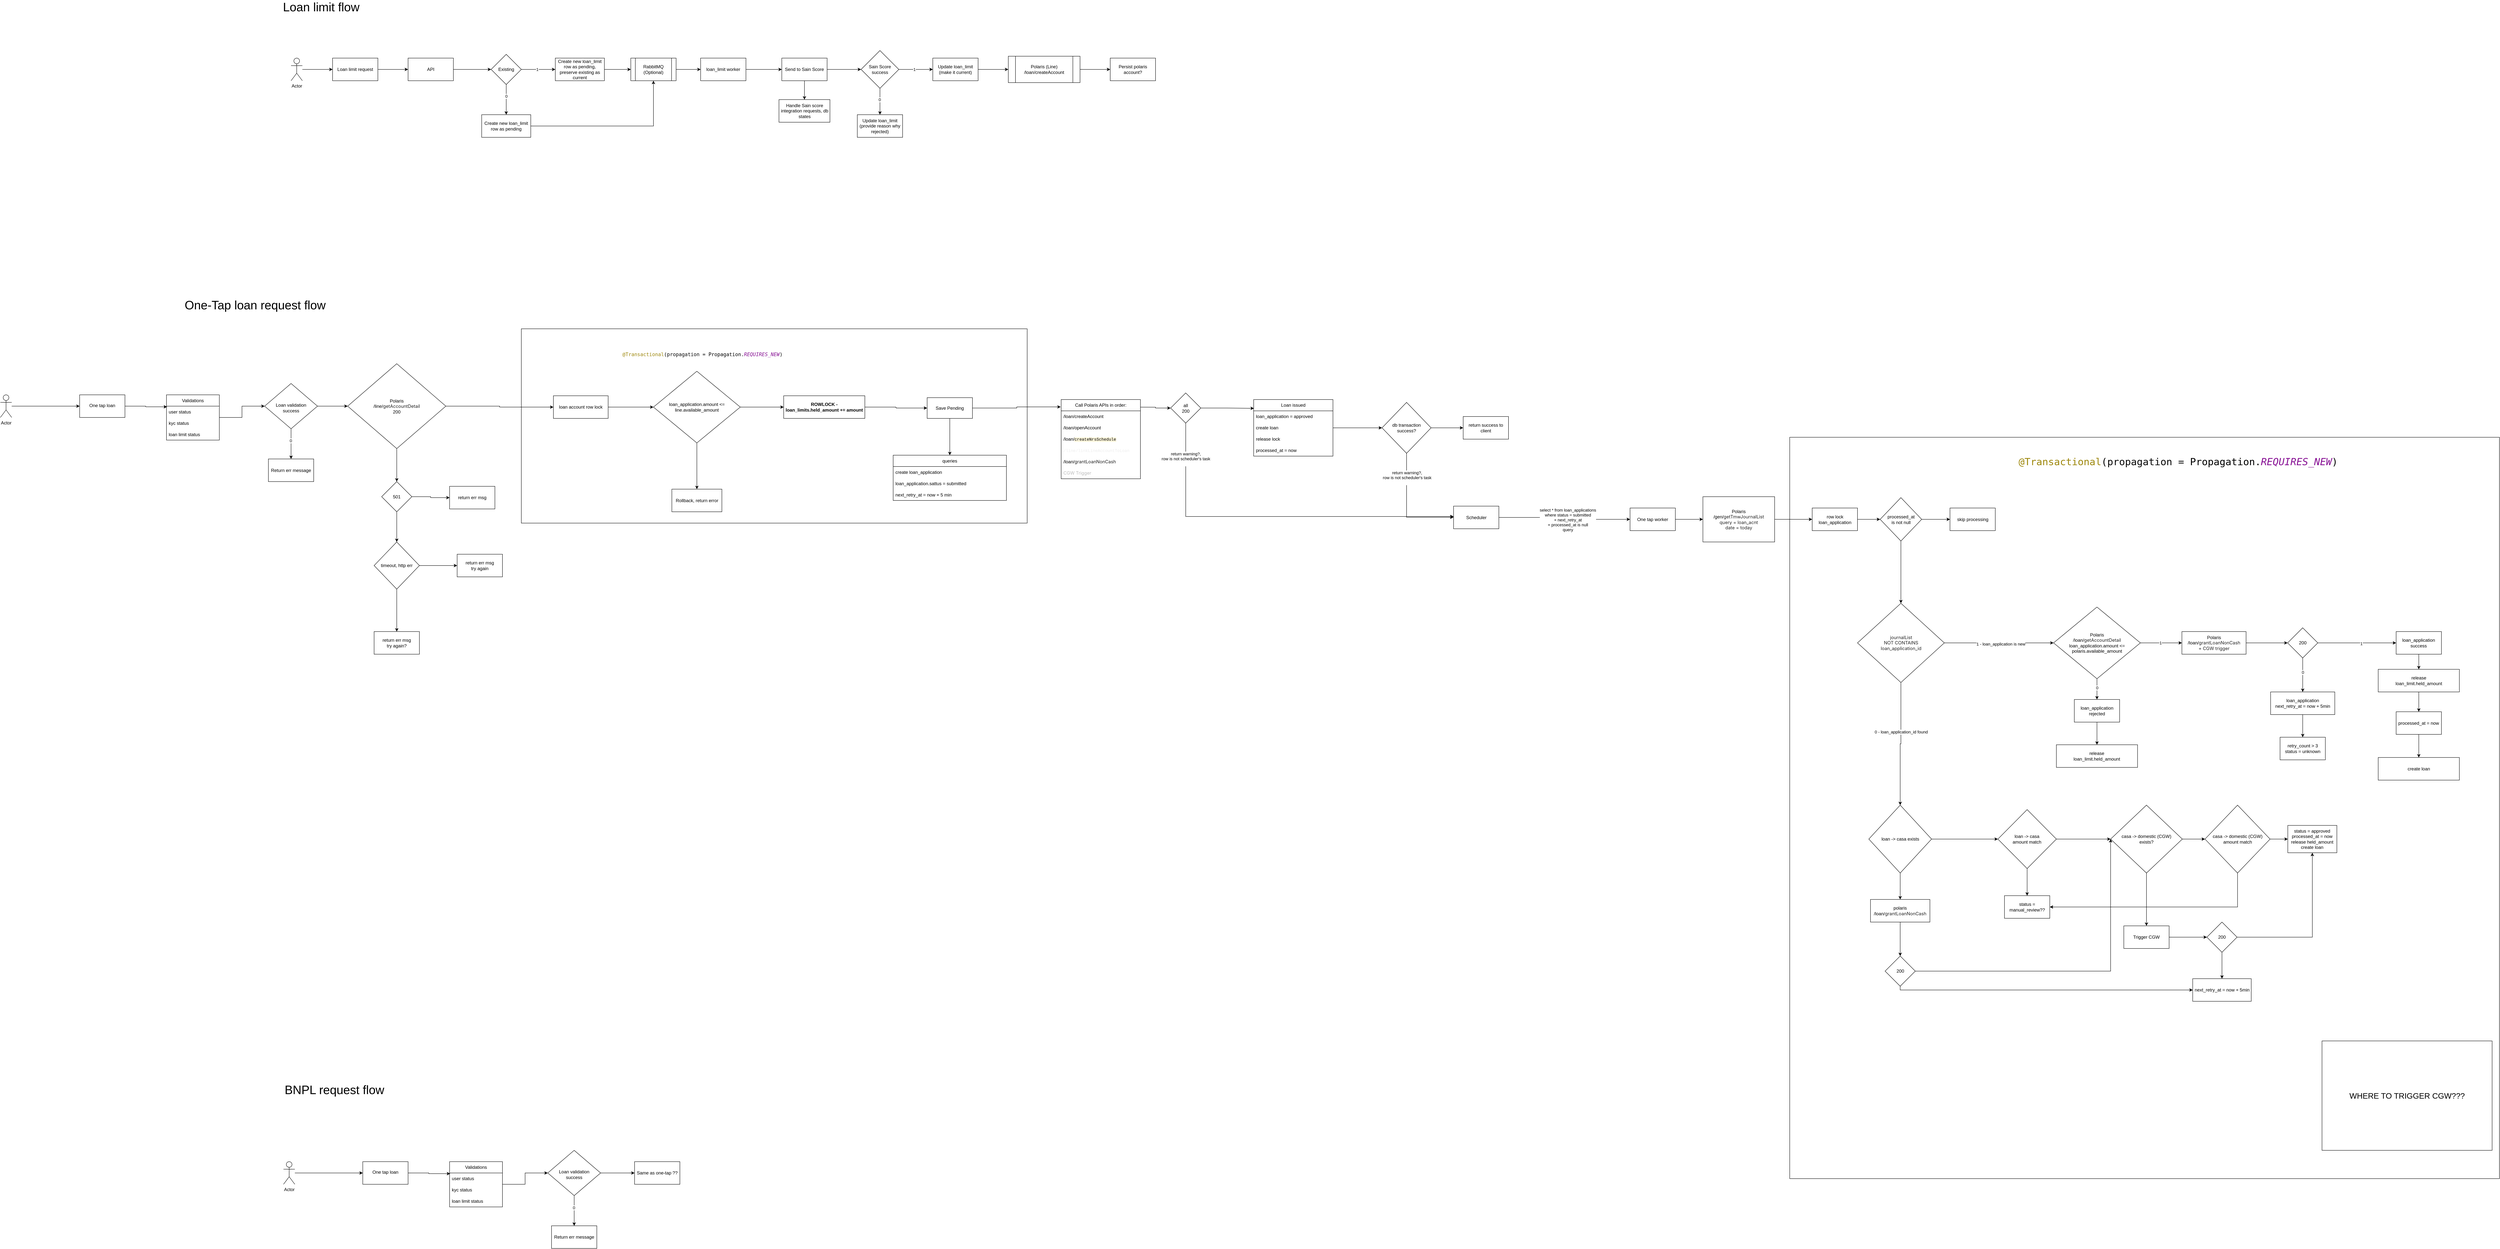
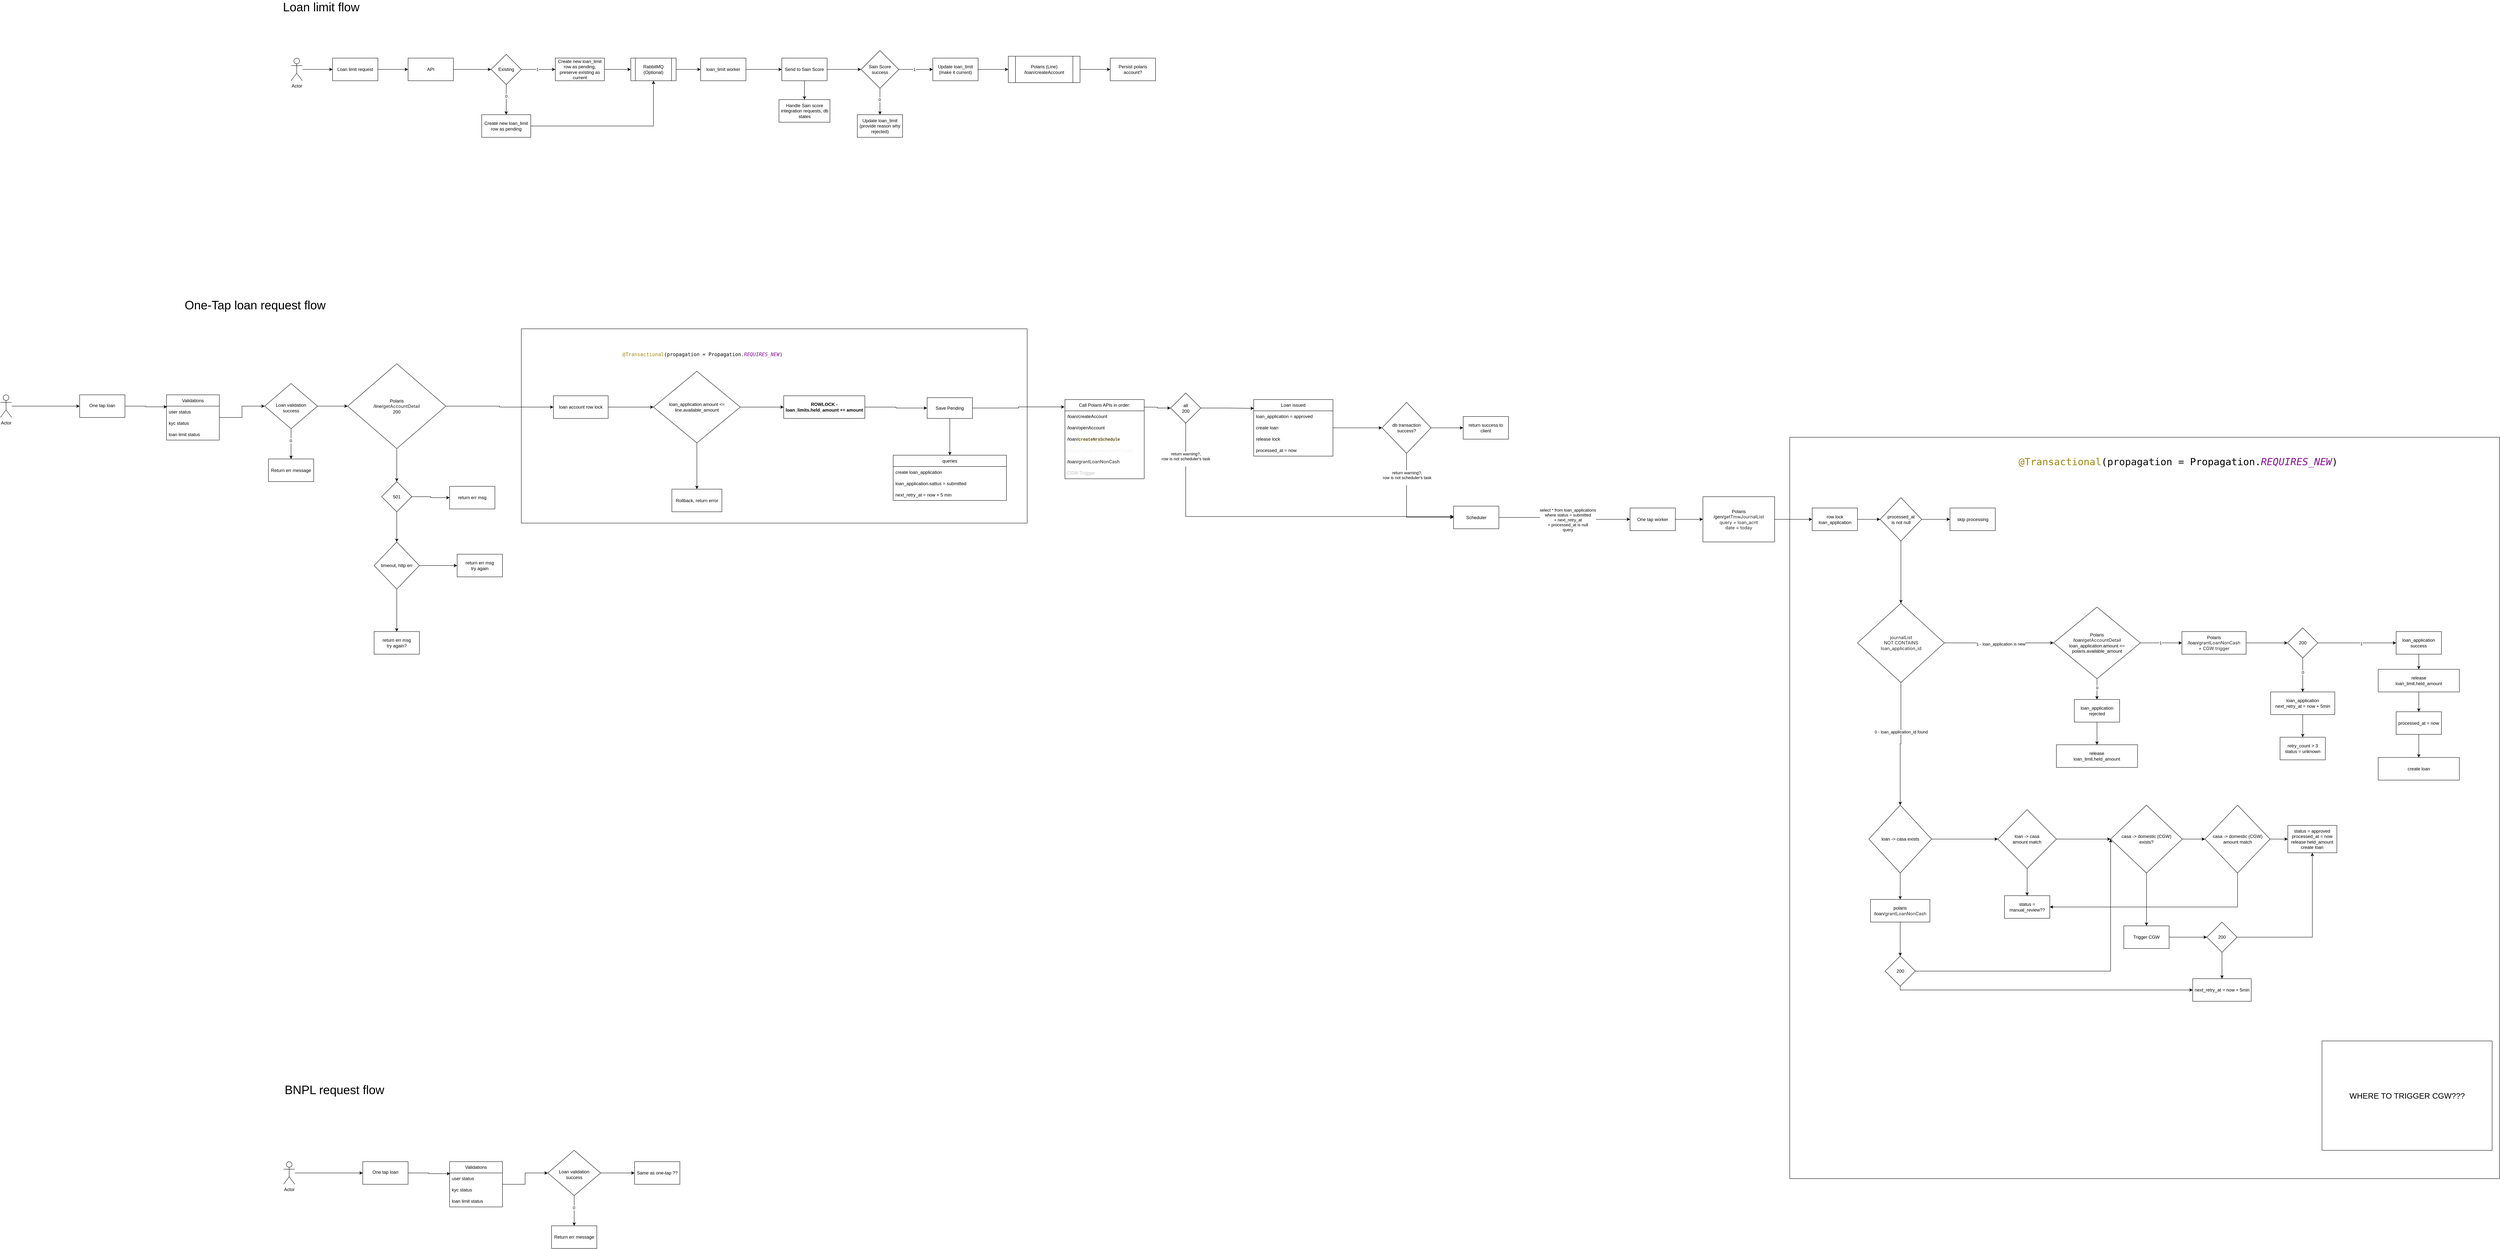
<mxfile host="app.diagrams.net">
  <diagram name="Page-1" id="VCBSuIh8bz7kurrQ0Zaz">
    <mxGraphModel dx="1966" dy="653" grid="1" gridSize="10" guides="1" tooltips="1" connect="1" arrows="1" fold="1" page="1" pageScale="1" pageWidth="850" pageHeight="1100" math="0" shadow="0">
      <root>
        <mxCell id="0" />
        <mxCell id="1" parent="0" />
        <mxCell id="In8fDh9ZLN2M87an2Miy-188" parent="1" style="rounded=0;whiteSpace=wrap;html=1;movable=0;resizable=0;rotatable=0;deletable=0;editable=0;locked=1;connectable=0;" value="" vertex="1">
          <mxGeometry height="1965" width="1880" x="4010" y="1215" as="geometry" />
        </mxCell>
        <mxCell id="In8fDh9ZLN2M87an2Miy-172" parent="1" style="rounded=0;whiteSpace=wrap;html=1;movable=1;resizable=1;rotatable=1;deletable=1;editable=1;locked=0;connectable=1;" value="" vertex="1">
          <mxGeometry height="515" width="1340" x="650" y="927.5" as="geometry" />
        </mxCell>
        <mxCell id="KqixbsF9o6dLofBvsG9t-5" edge="1" parent="1" source="KqixbsF9o6dLofBvsG9t-1" style="edgeStyle=orthogonalEdgeStyle;rounded=0;orthogonalLoop=1;jettySize=auto;html=1;" target="KqixbsF9o6dLofBvsG9t-4" value="">
          <mxGeometry relative="1" as="geometry" />
        </mxCell>
        <mxCell id="KqixbsF9o6dLofBvsG9t-1" parent="1" style="rounded=0;whiteSpace=wrap;html=1;" value="Loan limit request" vertex="1">
          <mxGeometry height="60" width="120" x="150" y="210" as="geometry" />
        </mxCell>
        <mxCell id="KqixbsF9o6dLofBvsG9t-3" edge="1" parent="1" source="KqixbsF9o6dLofBvsG9t-2" style="edgeStyle=orthogonalEdgeStyle;rounded=0;orthogonalLoop=1;jettySize=auto;html=1;" target="KqixbsF9o6dLofBvsG9t-1" value="">
          <mxGeometry relative="1" as="geometry" />
        </mxCell>
        <mxCell id="KqixbsF9o6dLofBvsG9t-2" parent="1" style="shape=umlActor;verticalLabelPosition=bottom;verticalAlign=top;html=1;outlineConnect=0;" value="Actor" vertex="1">
          <mxGeometry height="60" width="30" x="40" y="210" as="geometry" />
        </mxCell>
        <mxCell id="KqixbsF9o6dLofBvsG9t-9" edge="1" parent="1" source="KqixbsF9o6dLofBvsG9t-4" style="edgeStyle=orthogonalEdgeStyle;rounded=0;orthogonalLoop=1;jettySize=auto;html=1;" target="KqixbsF9o6dLofBvsG9t-8" value="">
          <mxGeometry relative="1" as="geometry" />
        </mxCell>
        <mxCell id="KqixbsF9o6dLofBvsG9t-4" parent="1" style="rounded=0;whiteSpace=wrap;html=1;" value="API" vertex="1">
          <mxGeometry height="60" width="120" x="350" y="210" as="geometry" />
        </mxCell>
        <mxCell id="KqixbsF9o6dLofBvsG9t-11" edge="1" parent="1" source="KqixbsF9o6dLofBvsG9t-8" style="edgeStyle=orthogonalEdgeStyle;rounded=0;orthogonalLoop=1;jettySize=auto;html=1;" target="KqixbsF9o6dLofBvsG9t-10" value="">
          <mxGeometry relative="1" as="geometry" />
        </mxCell>
        <mxCell id="KqixbsF9o6dLofBvsG9t-12" connectable="0" parent="KqixbsF9o6dLofBvsG9t-11" style="edgeLabel;html=1;align=center;verticalAlign=middle;resizable=0;points=[];" value="1" vertex="1">
          <mxGeometry relative="1" x="-0.079" as="geometry">
            <mxPoint as="offset" />
          </mxGeometry>
        </mxCell>
        <mxCell id="KqixbsF9o6dLofBvsG9t-14" edge="1" parent="1" source="KqixbsF9o6dLofBvsG9t-8" style="edgeStyle=orthogonalEdgeStyle;rounded=0;orthogonalLoop=1;jettySize=auto;html=1;" target="KqixbsF9o6dLofBvsG9t-13" value="">
          <mxGeometry relative="1" as="geometry" />
        </mxCell>
        <mxCell id="KqixbsF9o6dLofBvsG9t-15" connectable="0" parent="KqixbsF9o6dLofBvsG9t-14" style="edgeLabel;html=1;align=center;verticalAlign=middle;resizable=0;points=[];" value="0" vertex="1">
          <mxGeometry relative="1" x="-0.2407" as="geometry">
            <mxPoint as="offset" />
          </mxGeometry>
        </mxCell>
        <mxCell id="KqixbsF9o6dLofBvsG9t-8" parent="1" style="rhombus;whiteSpace=wrap;html=1;rounded=0;" value="Existing" vertex="1">
          <mxGeometry height="80" width="80" x="570" y="200" as="geometry" />
        </mxCell>
        <mxCell id="KqixbsF9o6dLofBvsG9t-23" edge="1" parent="1" source="KqixbsF9o6dLofBvsG9t-10" style="edgeStyle=orthogonalEdgeStyle;rounded=0;orthogonalLoop=1;jettySize=auto;html=1;" target="KqixbsF9o6dLofBvsG9t-22" value="">
          <mxGeometry relative="1" as="geometry" />
        </mxCell>
        <mxCell id="KqixbsF9o6dLofBvsG9t-10" parent="1" style="whiteSpace=wrap;html=1;rounded=0;" value="Create new loan_limit row as pending, preserve existing as current" vertex="1">
          <mxGeometry height="60" width="130" x="740" y="210" as="geometry" />
        </mxCell>
        <mxCell id="KqixbsF9o6dLofBvsG9t-26" edge="1" parent="1" source="KqixbsF9o6dLofBvsG9t-13" style="edgeStyle=orthogonalEdgeStyle;rounded=0;orthogonalLoop=1;jettySize=auto;html=1;entryX=0.5;entryY=1;entryDx=0;entryDy=0;" target="KqixbsF9o6dLofBvsG9t-22">
          <mxGeometry relative="1" as="geometry" />
        </mxCell>
        <mxCell id="KqixbsF9o6dLofBvsG9t-13" parent="1" style="whiteSpace=wrap;html=1;rounded=0;" value="Create new loan_limit row as pending" vertex="1">
          <mxGeometry height="60" width="130" x="545" y="360" as="geometry" />
        </mxCell>
        <mxCell id="KqixbsF9o6dLofBvsG9t-25" edge="1" parent="1" source="KqixbsF9o6dLofBvsG9t-22" style="edgeStyle=orthogonalEdgeStyle;rounded=0;orthogonalLoop=1;jettySize=auto;html=1;" target="KqixbsF9o6dLofBvsG9t-24" value="">
          <mxGeometry relative="1" as="geometry" />
        </mxCell>
        <mxCell id="KqixbsF9o6dLofBvsG9t-22" parent="1" style="shape=process;whiteSpace=wrap;html=1;backgroundOutline=1;rounded=0;" value="RabbitMQ (Optional)" vertex="1">
          <mxGeometry height="60" width="120" x="940" y="210" as="geometry" />
        </mxCell>
        <mxCell id="KqixbsF9o6dLofBvsG9t-28" edge="1" parent="1" source="KqixbsF9o6dLofBvsG9t-24" style="edgeStyle=orthogonalEdgeStyle;rounded=0;orthogonalLoop=1;jettySize=auto;html=1;" target="KqixbsF9o6dLofBvsG9t-27" value="">
          <mxGeometry relative="1" as="geometry" />
        </mxCell>
        <mxCell id="KqixbsF9o6dLofBvsG9t-24" parent="1" style="whiteSpace=wrap;html=1;rounded=0;" value="loan_limit worker" vertex="1">
          <mxGeometry height="60" width="120" x="1125" y="210" as="geometry" />
        </mxCell>
        <mxCell id="KqixbsF9o6dLofBvsG9t-30" edge="1" parent="1" source="KqixbsF9o6dLofBvsG9t-27" style="edgeStyle=orthogonalEdgeStyle;rounded=0;orthogonalLoop=1;jettySize=auto;html=1;" target="KqixbsF9o6dLofBvsG9t-29" value="">
          <mxGeometry relative="1" as="geometry" />
        </mxCell>
        <mxCell id="KqixbsF9o6dLofBvsG9t-38" edge="1" parent="1" source="KqixbsF9o6dLofBvsG9t-27" style="edgeStyle=orthogonalEdgeStyle;rounded=0;orthogonalLoop=1;jettySize=auto;html=1;" target="KqixbsF9o6dLofBvsG9t-37" value="">
          <mxGeometry relative="1" as="geometry" />
        </mxCell>
        <mxCell id="KqixbsF9o6dLofBvsG9t-27" parent="1" style="whiteSpace=wrap;html=1;rounded=0;" value="Send to Sain Score" vertex="1">
          <mxGeometry height="60" width="120" x="1340" y="210" as="geometry" />
        </mxCell>
        <mxCell id="KqixbsF9o6dLofBvsG9t-32" edge="1" parent="1" source="KqixbsF9o6dLofBvsG9t-29" style="edgeStyle=orthogonalEdgeStyle;rounded=0;orthogonalLoop=1;jettySize=auto;html=1;" target="KqixbsF9o6dLofBvsG9t-31" value="">
          <mxGeometry relative="1" as="geometry" />
        </mxCell>
        <mxCell id="KqixbsF9o6dLofBvsG9t-33" connectable="0" parent="KqixbsF9o6dLofBvsG9t-32" style="edgeLabel;html=1;align=center;verticalAlign=middle;resizable=0;points=[];" value="1" vertex="1">
          <mxGeometry relative="1" x="-0.1048" as="geometry">
            <mxPoint as="offset" />
          </mxGeometry>
        </mxCell>
        <mxCell id="KqixbsF9o6dLofBvsG9t-35" edge="1" parent="1" source="KqixbsF9o6dLofBvsG9t-29" style="edgeStyle=orthogonalEdgeStyle;rounded=0;orthogonalLoop=1;jettySize=auto;html=1;" target="KqixbsF9o6dLofBvsG9t-34" value="">
          <mxGeometry relative="1" as="geometry" />
        </mxCell>
        <mxCell id="KqixbsF9o6dLofBvsG9t-36" connectable="0" parent="KqixbsF9o6dLofBvsG9t-35" style="edgeLabel;html=1;align=center;verticalAlign=middle;resizable=0;points=[];" value="0" vertex="1">
          <mxGeometry relative="1" x="-0.1429" y="-1" as="geometry">
            <mxPoint as="offset" />
          </mxGeometry>
        </mxCell>
        <mxCell id="KqixbsF9o6dLofBvsG9t-29" parent="1" style="rhombus;whiteSpace=wrap;html=1;rounded=0;" value="Sain Score success" vertex="1">
          <mxGeometry height="100" width="100" x="1550" y="190" as="geometry" />
        </mxCell>
        <mxCell id="KqixbsF9o6dLofBvsG9t-66" edge="1" parent="1" source="KqixbsF9o6dLofBvsG9t-31" style="edgeStyle=orthogonalEdgeStyle;rounded=0;orthogonalLoop=1;jettySize=auto;html=1;" target="KqixbsF9o6dLofBvsG9t-65" value="">
          <mxGeometry relative="1" as="geometry" />
        </mxCell>
        <mxCell id="KqixbsF9o6dLofBvsG9t-31" parent="1" style="whiteSpace=wrap;html=1;rounded=0;" value="Update loan_limit (make it current)" vertex="1">
          <mxGeometry height="60" width="120" x="1740" y="210" as="geometry" />
        </mxCell>
        <mxCell id="KqixbsF9o6dLofBvsG9t-34" parent="1" style="whiteSpace=wrap;html=1;rounded=0;" value="Update loan_limit&lt;br&gt;(provide reason why rejected)" vertex="1">
          <mxGeometry height="60" width="120" x="1540" y="360" as="geometry" />
        </mxCell>
        <mxCell id="KqixbsF9o6dLofBvsG9t-37" parent="1" style="whiteSpace=wrap;html=1;rounded=0;" value="Handle Sain score integration requests, db states" vertex="1">
          <mxGeometry height="60" width="135" x="1332.5" y="320" as="geometry" />
        </mxCell>
        <mxCell id="KqixbsF9o6dLofBvsG9t-40" parent="1" style="text;html=1;whiteSpace=wrap;strokeColor=none;fillColor=none;align=center;verticalAlign=middle;rounded=0;fontSize=32;" value="Loan limit flow" vertex="1">
          <mxGeometry height="30" width="260" x="-10" y="60" as="geometry" />
        </mxCell>
        <mxCell id="KqixbsF9o6dLofBvsG9t-74" edge="1" parent="1" source="KqixbsF9o6dLofBvsG9t-65" style="edgeStyle=orthogonalEdgeStyle;rounded=0;orthogonalLoop=1;jettySize=auto;html=1;" target="KqixbsF9o6dLofBvsG9t-73" value="">
          <mxGeometry relative="1" as="geometry" />
        </mxCell>
        <mxCell id="KqixbsF9o6dLofBvsG9t-65" parent="1" style="shape=process;whiteSpace=wrap;html=1;backgroundOutline=1;rounded=0;" value="Polaris (Line)&lt;br&gt;/loan/createAccount" vertex="1">
          <mxGeometry height="70" width="190" x="1940" y="205" as="geometry" />
        </mxCell>
        <mxCell id="KqixbsF9o6dLofBvsG9t-73" parent="1" style="whiteSpace=wrap;html=1;rounded=0;" value="Persist polaris account?" vertex="1">
          <mxGeometry height="60" width="120" x="2210" y="210" as="geometry" />
        </mxCell>
        <mxCell id="U8Ajh8Gpa-m2DNKNFQys-1" parent="1" style="text;html=1;whiteSpace=wrap;strokeColor=none;fillColor=none;align=center;verticalAlign=middle;rounded=0;fontSize=32;" value="One-Tap loan request flow" vertex="1">
          <mxGeometry height="30" width="470" x="-290" y="850" as="geometry" />
        </mxCell>
        <mxCell id="In8fDh9ZLN2M87an2Miy-1" edge="1" parent="1" source="In8fDh9ZLN2M87an2Miy-2" style="edgeStyle=orthogonalEdgeStyle;rounded=0;orthogonalLoop=1;jettySize=auto;html=1;" target="In8fDh9ZLN2M87an2Miy-4" value="">
          <mxGeometry relative="1" as="geometry" />
        </mxCell>
        <mxCell id="In8fDh9ZLN2M87an2Miy-2" parent="1" style="shape=umlActor;verticalLabelPosition=bottom;verticalAlign=top;html=1;outlineConnect=0;" value="Actor" vertex="1">
          <mxGeometry height="60" width="30" x="-730" y="1102.5" as="geometry" />
        </mxCell>
        <mxCell id="In8fDh9ZLN2M87an2Miy-3" edge="1" parent="1" source="In8fDh9ZLN2M87an2Miy-4" style="edgeStyle=orthogonalEdgeStyle;rounded=0;orthogonalLoop=1;jettySize=auto;html=1;entryX=0.011;entryY=0.06;entryDx=0;entryDy=0;entryPerimeter=0;" target="In8fDh9ZLN2M87an2Miy-28" value="">
          <mxGeometry relative="1" as="geometry">
            <mxPoint x="-310" y="1132.5" as="targetPoint" />
          </mxGeometry>
        </mxCell>
        <mxCell id="In8fDh9ZLN2M87an2Miy-4" parent="1" style="whiteSpace=wrap;html=1;verticalAlign=top;" value="&lt;div&gt;&lt;br&gt;&lt;/div&gt;&lt;div&gt;One tap loan&lt;/div&gt;" vertex="1">
          <mxGeometry height="60" width="120" x="-520" y="1102.5" as="geometry" />
        </mxCell>
        <mxCell id="In8fDh9ZLN2M87an2Miy-7" edge="1" parent="1" source="In8fDh9ZLN2M87an2Miy-9" style="edgeStyle=orthogonalEdgeStyle;rounded=0;orthogonalLoop=1;jettySize=auto;html=1;" target="In8fDh9ZLN2M87an2Miy-13" value="">
          <mxGeometry relative="1" as="geometry" />
        </mxCell>
        <mxCell id="In8fDh9ZLN2M87an2Miy-8" connectable="0" parent="In8fDh9ZLN2M87an2Miy-7" style="edgeLabel;html=1;align=center;verticalAlign=middle;resizable=0;points=[];" value="0" vertex="1">
          <mxGeometry relative="1" x="-0.2091" y="-1" as="geometry">
            <mxPoint as="offset" />
          </mxGeometry>
        </mxCell>
        <mxCell id="In8fDh9ZLN2M87an2Miy-230" edge="1" parent="1" source="In8fDh9ZLN2M87an2Miy-9" style="edgeStyle=orthogonalEdgeStyle;rounded=0;orthogonalLoop=1;jettySize=auto;html=1;" target="In8fDh9ZLN2M87an2Miy-228">
          <mxGeometry relative="1" as="geometry" />
        </mxCell>
        <mxCell id="In8fDh9ZLN2M87an2Miy-9" parent="1" style="rhombus;whiteSpace=wrap;html=1;verticalAlign=top;" value="&lt;br&gt;&lt;br&gt;&lt;div&gt;&lt;br&gt;&lt;/div&gt;&lt;div&gt;Loan validation&lt;br&gt;success&lt;/div&gt;" vertex="1">
          <mxGeometry height="120" width="140" x="-30" y="1072.5" as="geometry" />
        </mxCell>
        <mxCell id="In8fDh9ZLN2M87an2Miy-10" edge="1" parent="1" source="In8fDh9ZLN2M87an2Miy-12" style="edgeStyle=orthogonalEdgeStyle;rounded=0;orthogonalLoop=1;jettySize=auto;html=1;entryX=0.5;entryY=0;entryDx=0;entryDy=0;" target="In8fDh9ZLN2M87an2Miy-14">
          <mxGeometry relative="1" as="geometry" />
        </mxCell>
        <mxCell id="In8fDh9ZLN2M87an2Miy-54" edge="1" parent="1" source="In8fDh9ZLN2M87an2Miy-105" style="edgeStyle=orthogonalEdgeStyle;rounded=0;orthogonalLoop=1;jettySize=auto;html=1;exitX=1;exitY=0.5;exitDx=0;exitDy=0;" target="In8fDh9ZLN2M87an2Miy-53" value="">
          <mxGeometry relative="1" as="geometry">
            <mxPoint x="3329.5" y="1432.5" as="sourcePoint" />
          </mxGeometry>
        </mxCell>
        <mxCell id="In8fDh9ZLN2M87an2Miy-55" connectable="0" parent="In8fDh9ZLN2M87an2Miy-54" style="edgeLabel;html=1;align=center;verticalAlign=middle;resizable=0;points=[];" value="select * from loan_applications&lt;br&gt;where status = submitted&lt;br&gt;+ next_retry_at&lt;br&gt;+ processed_at is null&lt;br&gt;query" vertex="1">
          <mxGeometry relative="1" x="0.0637" y="-1" as="geometry">
            <mxPoint as="offset" />
          </mxGeometry>
        </mxCell>
        <mxCell id="In8fDh9ZLN2M87an2Miy-246" edge="1" parent="1" source="In8fDh9ZLN2M87an2Miy-12" style="edgeStyle=orthogonalEdgeStyle;rounded=0;orthogonalLoop=1;jettySize=auto;html=1;entryX=-0.006;entryY=0.093;entryDx=0;entryDy=0;entryPerimeter=0;" target="In8fDh9ZLN2M87an2Miy-247">
          <mxGeometry relative="1" as="geometry">
            <mxPoint x="2090" y="1137.5" as="targetPoint" />
          </mxGeometry>
        </mxCell>
        <mxCell id="In8fDh9ZLN2M87an2Miy-12" parent="1" style="whiteSpace=wrap;html=1;verticalAlign=middle;" value="Save Pending" vertex="1">
          <mxGeometry height="55" width="120" x="1725" y="1110" as="geometry" />
        </mxCell>
        <mxCell id="In8fDh9ZLN2M87an2Miy-13" parent="1" style="whiteSpace=wrap;html=1;verticalAlign=middle;" value="Return err message" vertex="1">
          <mxGeometry height="60" width="120" x="-20" y="1272.5" as="geometry" />
        </mxCell>
        <mxCell id="In8fDh9ZLN2M87an2Miy-14" parent="1" style="swimlane;fontStyle=0;childLayout=stackLayout;horizontal=1;startSize=30;horizontalStack=0;resizeParent=1;resizeParentMax=0;resizeLast=0;collapsible=1;marginBottom=0;whiteSpace=wrap;html=1;" value="queries" vertex="1">
          <mxGeometry height="120" width="300" x="1635" y="1262.5" as="geometry" />
        </mxCell>
        <mxCell id="In8fDh9ZLN2M87an2Miy-15" parent="In8fDh9ZLN2M87an2Miy-14" style="text;strokeColor=none;fillColor=none;align=left;verticalAlign=middle;spacingLeft=4;spacingRight=4;overflow=hidden;points=[[0,0.5],[1,0.5]];portConstraint=eastwest;rotatable=0;whiteSpace=wrap;html=1;" value="create loan_application" vertex="1">
          <mxGeometry height="30" width="300" y="30" as="geometry" />
        </mxCell>
        <mxCell id="In8fDh9ZLN2M87an2Miy-104" parent="In8fDh9ZLN2M87an2Miy-14" style="text;strokeColor=none;fillColor=none;align=left;verticalAlign=middle;spacingLeft=4;spacingRight=4;overflow=hidden;points=[[0,0.5],[1,0.5]];portConstraint=eastwest;rotatable=0;whiteSpace=wrap;html=1;" value="loan_application.sattus = submitted" vertex="1">
          <mxGeometry height="30" width="300" y="60" as="geometry" />
        </mxCell>
        <mxCell id="In8fDh9ZLN2M87an2Miy-17" parent="In8fDh9ZLN2M87an2Miy-14" style="text;strokeColor=none;fillColor=none;align=left;verticalAlign=middle;spacingLeft=4;spacingRight=4;overflow=hidden;points=[[0,0.5],[1,0.5]];portConstraint=eastwest;rotatable=0;whiteSpace=wrap;html=1;" value="next_retry_at = now + 5 min" vertex="1">
          <mxGeometry height="30" width="300" y="90" as="geometry" />
        </mxCell>
        <mxCell id="In8fDh9ZLN2M87an2Miy-32" edge="1" parent="1" source="In8fDh9ZLN2M87an2Miy-27" style="edgeStyle=orthogonalEdgeStyle;rounded=0;orthogonalLoop=1;jettySize=auto;html=1;entryX=0;entryY=0.5;entryDx=0;entryDy=0;" target="In8fDh9ZLN2M87an2Miy-9">
          <mxGeometry relative="1" as="geometry" />
        </mxCell>
        <mxCell id="In8fDh9ZLN2M87an2Miy-27" parent="1" style="swimlane;fontStyle=0;childLayout=stackLayout;horizontal=1;startSize=30;horizontalStack=0;resizeParent=1;resizeParentMax=0;resizeLast=0;collapsible=1;marginBottom=0;whiteSpace=wrap;html=1;" value="Validations" vertex="1">
          <mxGeometry height="120" width="140" x="-290" y="1102.5" as="geometry" />
        </mxCell>
        <mxCell id="In8fDh9ZLN2M87an2Miy-28" parent="In8fDh9ZLN2M87an2Miy-27" style="text;strokeColor=none;fillColor=none;align=left;verticalAlign=middle;spacingLeft=4;spacingRight=4;overflow=hidden;points=[[0,0.5],[1,0.5]];portConstraint=eastwest;rotatable=0;whiteSpace=wrap;html=1;" value="user status" vertex="1">
          <mxGeometry height="30" width="140" y="30" as="geometry" />
        </mxCell>
        <mxCell id="In8fDh9ZLN2M87an2Miy-29" parent="In8fDh9ZLN2M87an2Miy-27" style="text;strokeColor=none;fillColor=none;align=left;verticalAlign=middle;spacingLeft=4;spacingRight=4;overflow=hidden;points=[[0,0.5],[1,0.5]];portConstraint=eastwest;rotatable=0;whiteSpace=wrap;html=1;" value="kyc status" vertex="1">
          <mxGeometry height="30" width="140" y="60" as="geometry" />
        </mxCell>
        <mxCell id="In8fDh9ZLN2M87an2Miy-33" parent="In8fDh9ZLN2M87an2Miy-27" style="text;strokeColor=none;fillColor=none;align=left;verticalAlign=middle;spacingLeft=4;spacingRight=4;overflow=hidden;points=[[0,0.5],[1,0.5]];portConstraint=eastwest;rotatable=0;whiteSpace=wrap;html=1;" value="loan limit status" vertex="1">
          <mxGeometry height="30" width="140" y="90" as="geometry" />
        </mxCell>
        <mxCell id="In8fDh9ZLN2M87an2Miy-116" edge="1" parent="1" source="In8fDh9ZLN2M87an2Miy-53" style="edgeStyle=orthogonalEdgeStyle;rounded=0;orthogonalLoop=1;jettySize=auto;html=1;entryX=0;entryY=0.5;entryDx=0;entryDy=0;" target="In8fDh9ZLN2M87an2Miy-68">
          <mxGeometry relative="1" as="geometry" />
        </mxCell>
        <mxCell id="In8fDh9ZLN2M87an2Miy-53" parent="1" style="whiteSpace=wrap;html=1;" value="One tap worker" vertex="1">
          <mxGeometry height="60" width="120" x="3587" y="1402.5" as="geometry" />
        </mxCell>
        <mxCell id="In8fDh9ZLN2M87an2Miy-67" edge="1" parent="1" source="In8fDh9ZLN2M87an2Miy-58" style="edgeStyle=orthogonalEdgeStyle;rounded=0;orthogonalLoop=1;jettySize=auto;html=1;entryX=0;entryY=0.5;entryDx=0;entryDy=0;" target="In8fDh9ZLN2M87an2Miy-66" value="">
          <mxGeometry relative="1" as="geometry">
            <mxPoint x="5343.87" y="1760" as="targetPoint" />
          </mxGeometry>
        </mxCell>
        <mxCell id="In8fDh9ZLN2M87an2Miy-58" parent="1" style="whiteSpace=wrap;html=1;" value="Polaris /loan/&lt;span style=&quot;color: rgb(33, 33, 33); font-family: Inter, system-ui, -apple-system, &amp;quot;system-ui&amp;quot;, &amp;quot;Segoe UI&amp;quot;, Roboto, Oxygen, Ubuntu, Cantarell, &amp;quot;Fira Sans&amp;quot;, &amp;quot;Droid Sans&amp;quot;, Helvetica, Arial, sans-serif; text-align: left; white-space: pre-wrap; background-color: rgb(255, 255, 255);&quot;&gt;grantLoanNonCash&lt;br/&gt;+ CGW trigger&lt;/span&gt;" vertex="1">
          <mxGeometry height="60" width="170" x="5048.87" y="1730" as="geometry" />
        </mxCell>
        <mxCell id="In8fDh9ZLN2M87an2Miy-62" edge="1" parent="1" source="In8fDh9ZLN2M87an2Miy-59" style="edgeStyle=orthogonalEdgeStyle;rounded=0;orthogonalLoop=1;jettySize=auto;html=1;" target="In8fDh9ZLN2M87an2Miy-61" value="">
          <mxGeometry relative="1" as="geometry" />
        </mxCell>
        <mxCell id="In8fDh9ZLN2M87an2Miy-91" connectable="0" parent="In8fDh9ZLN2M87an2Miy-62" style="edgeLabel;html=1;align=center;verticalAlign=middle;resizable=0;points=[];" value="0" vertex="1">
          <mxGeometry relative="1" x="-0.1431" as="geometry">
            <mxPoint as="offset" />
          </mxGeometry>
        </mxCell>
        <mxCell id="In8fDh9ZLN2M87an2Miy-65" edge="1" parent="1" source="In8fDh9ZLN2M87an2Miy-59" style="edgeStyle=orthogonalEdgeStyle;rounded=0;orthogonalLoop=1;jettySize=auto;html=1;" target="In8fDh9ZLN2M87an2Miy-58">
          <mxGeometry relative="1" as="geometry" />
        </mxCell>
        <mxCell id="In8fDh9ZLN2M87an2Miy-90" connectable="0" parent="In8fDh9ZLN2M87an2Miy-65" style="edgeLabel;html=1;align=center;verticalAlign=middle;resizable=0;points=[];" value="1" vertex="1">
          <mxGeometry relative="1" x="-0.0451" as="geometry">
            <mxPoint as="offset" />
          </mxGeometry>
        </mxCell>
        <mxCell id="In8fDh9ZLN2M87an2Miy-59" parent="1" style="rhombus;whiteSpace=wrap;html=1;" value="Polaris&lt;br&gt;/loan/&lt;span style=&quot;color: rgb(33, 33, 33); font-family: Inter, system-ui, -apple-system, &amp;quot;system-ui&amp;quot;, &amp;quot;Segoe UI&amp;quot;, Roboto, Oxygen, Ubuntu, Cantarell, &amp;quot;Fira Sans&amp;quot;, &amp;quot;Droid Sans&amp;quot;, Helvetica, Arial, sans-serif; text-align: left; white-space: pre-wrap; background-color: rgb(255, 255, 255);&quot;&gt;getAccountDetail&lt;/span&gt;&lt;br&gt;loan_application.amount &amp;lt;= polaris.available_amount" vertex="1">
          <mxGeometry height="190" width="230" x="4708.87" y="1665" as="geometry" />
        </mxCell>
        <mxCell id="In8fDh9ZLN2M87an2Miy-64" edge="1" parent="1" source="In8fDh9ZLN2M87an2Miy-61" style="edgeStyle=orthogonalEdgeStyle;rounded=0;orthogonalLoop=1;jettySize=auto;html=1;" target="In8fDh9ZLN2M87an2Miy-63" value="">
          <mxGeometry relative="1" as="geometry" />
        </mxCell>
        <mxCell id="In8fDh9ZLN2M87an2Miy-61" parent="1" style="whiteSpace=wrap;html=1;" value="loan_application&lt;br&gt;rejected" vertex="1">
          <mxGeometry height="60" width="120" x="4763.87" y="1910" as="geometry" />
        </mxCell>
        <mxCell id="In8fDh9ZLN2M87an2Miy-63" parent="1" style="whiteSpace=wrap;html=1;" value="release &lt;br&gt;loan_limit.held_amount" vertex="1">
          <mxGeometry height="60" width="215" x="4716.37" y="2030" as="geometry" />
        </mxCell>
        <mxCell id="In8fDh9ZLN2M87an2Miy-81" edge="1" parent="1" source="In8fDh9ZLN2M87an2Miy-66" style="edgeStyle=orthogonalEdgeStyle;rounded=0;orthogonalLoop=1;jettySize=auto;html=1;entryX=0;entryY=0.5;entryDx=0;entryDy=0;" target="In8fDh9ZLN2M87an2Miy-79">
          <mxGeometry relative="1" as="geometry" />
        </mxCell>
        <mxCell id="In8fDh9ZLN2M87an2Miy-92" connectable="0" parent="In8fDh9ZLN2M87an2Miy-81" style="edgeLabel;html=1;align=center;verticalAlign=middle;resizable=0;points=[];" value="1" vertex="1">
          <mxGeometry relative="1" x="0.1055" y="-2" as="geometry">
            <mxPoint as="offset" />
          </mxGeometry>
        </mxCell>
        <mxCell id="In8fDh9ZLN2M87an2Miy-83" edge="1" parent="1" source="In8fDh9ZLN2M87an2Miy-66" style="edgeStyle=orthogonalEdgeStyle;rounded=0;orthogonalLoop=1;jettySize=auto;html=1;" target="In8fDh9ZLN2M87an2Miy-82" value="">
          <mxGeometry relative="1" as="geometry" />
        </mxCell>
        <mxCell id="In8fDh9ZLN2M87an2Miy-93" connectable="0" parent="In8fDh9ZLN2M87an2Miy-83" style="edgeLabel;html=1;align=center;verticalAlign=middle;resizable=0;points=[];" value="0" vertex="1">
          <mxGeometry relative="1" x="-0.1623" as="geometry">
            <mxPoint as="offset" />
          </mxGeometry>
        </mxCell>
        <mxCell id="In8fDh9ZLN2M87an2Miy-66" parent="1" style="rhombus;whiteSpace=wrap;html=1;" value="200" vertex="1">
          <mxGeometry height="80" width="80" x="5328.87" y="1720" as="geometry" />
        </mxCell>
        <mxCell id="In8fDh9ZLN2M87an2Miy-119" edge="1" parent="1" source="In8fDh9ZLN2M87an2Miy-68" style="edgeStyle=orthogonalEdgeStyle;rounded=0;orthogonalLoop=1;jettySize=auto;html=1;" target="In8fDh9ZLN2M87an2Miy-118" value="">
          <mxGeometry relative="1" as="geometry" />
        </mxCell>
        <mxCell id="In8fDh9ZLN2M87an2Miy-68" parent="1" style="whiteSpace=wrap;html=1;" value="Polaris&lt;br&gt;/gen/&lt;span style=&quot;white-space: pre-wrap; color: rgb(33, 33, 33); font-family: Inter, system-ui, -apple-system, &amp;quot;system-ui&amp;quot;, &amp;quot;Segoe UI&amp;quot;, Roboto, Oxygen, Ubuntu, Cantarell, &amp;quot;Fira Sans&amp;quot;, &amp;quot;Droid Sans&amp;quot;, Helvetica, Arial, sans-serif; text-align: left; background-color: rgb(255, 255, 255);&quot;&gt;getTmwJournalList&lt;br&gt;query = loan_acnt&lt;br/&gt;date = today&lt;/span&gt;" vertex="1">
          <mxGeometry height="120" width="190" x="3780" y="1372.5" as="geometry" />
        </mxCell>
        <mxCell id="In8fDh9ZLN2M87an2Miy-71" edge="1" parent="1" source="In8fDh9ZLN2M87an2Miy-69" style="edgeStyle=orthogonalEdgeStyle;rounded=0;orthogonalLoop=1;jettySize=auto;html=1;entryX=0;entryY=0.5;entryDx=0;entryDy=0;" target="In8fDh9ZLN2M87an2Miy-59">
          <mxGeometry relative="1" as="geometry" />
        </mxCell>
        <mxCell id="In8fDh9ZLN2M87an2Miy-77" connectable="0" parent="In8fDh9ZLN2M87an2Miy-71" style="edgeLabel;html=1;align=center;verticalAlign=middle;resizable=0;points=[];" value="1 - loan_application is new" vertex="1">
          <mxGeometry relative="1" x="0.0312" y="-3" as="geometry">
            <mxPoint as="offset" />
          </mxGeometry>
        </mxCell>
        <mxCell id="In8fDh9ZLN2M87an2Miy-73" edge="1" parent="1" source="In8fDh9ZLN2M87an2Miy-69" style="edgeStyle=orthogonalEdgeStyle;rounded=0;orthogonalLoop=1;jettySize=auto;html=1;entryX=0.5;entryY=0;entryDx=0;entryDy=0;" target="In8fDh9ZLN2M87an2Miy-111" value="">
          <mxGeometry relative="1" as="geometry">
            <mxPoint x="4303.87" y="1960" as="targetPoint" />
          </mxGeometry>
        </mxCell>
        <mxCell id="In8fDh9ZLN2M87an2Miy-74" connectable="0" parent="In8fDh9ZLN2M87an2Miy-73" style="edgeLabel;html=1;align=center;verticalAlign=middle;resizable=0;points=[];" value="0 - loan_application_id found" vertex="1">
          <mxGeometry relative="1" x="-0.1975" as="geometry">
            <mxPoint as="offset" />
          </mxGeometry>
        </mxCell>
        <mxCell id="In8fDh9ZLN2M87an2Miy-69" parent="1" style="rhombus;whiteSpace=wrap;html=1;verticalAlign=middle;" value="&lt;div style=&quot;text-align: center;&quot;&gt;&lt;span style=&quot;background-color: light-dark(rgb(255, 255, 255), rgb(18, 18, 18)); color: light-dark(rgb(33, 33, 33), rgb(209, 209, 209)); font-family: Inter, system-ui, -apple-system, &amp;quot;system-ui&amp;quot;, &amp;quot;Segoe UI&amp;quot;, Roboto, Oxygen, Ubuntu, Cantarell, &amp;quot;Fira Sans&amp;quot;, &amp;quot;Droid Sans&amp;quot;, Helvetica, Arial, sans-serif; text-align: left; white-space: pre-wrap;&quot;&gt;journalList&lt;br&gt;NOT CONTAINS&lt;/span&gt;&lt;/div&gt;&lt;span style=&quot;white-space: pre-wrap; color: rgb(33, 33, 33); font-family: Inter, system-ui, -apple-system, &amp;quot;system-ui&amp;quot;, &amp;quot;Segoe UI&amp;quot;, Roboto, Oxygen, Ubuntu, Cantarell, &amp;quot;Fira Sans&amp;quot;, &amp;quot;Droid Sans&amp;quot;, Helvetica, Arial, sans-serif; text-align: left; background-color: rgb(255, 255, 255);&quot;&gt;loan_application_id&lt;/span&gt;" vertex="1">
          <mxGeometry height="210" width="230" x="4189.5" y="1655" as="geometry" />
        </mxCell>
        <mxCell id="In8fDh9ZLN2M87an2Miy-78" edge="1" parent="1" source="In8fDh9ZLN2M87an2Miy-79" style="edgeStyle=orthogonalEdgeStyle;rounded=0;orthogonalLoop=1;jettySize=auto;html=1;" target="In8fDh9ZLN2M87an2Miy-80" value="">
          <mxGeometry relative="1" as="geometry" />
        </mxCell>
        <mxCell id="In8fDh9ZLN2M87an2Miy-79" parent="1" style="whiteSpace=wrap;html=1;" value="loan_application&lt;br&gt;success" vertex="1">
          <mxGeometry height="60" width="120" x="5616.37" y="1730" as="geometry" />
        </mxCell>
        <mxCell id="In8fDh9ZLN2M87an2Miy-132" edge="1" parent="1" source="In8fDh9ZLN2M87an2Miy-80" style="edgeStyle=orthogonalEdgeStyle;rounded=0;orthogonalLoop=1;jettySize=auto;html=1;" target="In8fDh9ZLN2M87an2Miy-131" value="">
          <mxGeometry relative="1" as="geometry" />
        </mxCell>
        <mxCell id="In8fDh9ZLN2M87an2Miy-80" parent="1" style="whiteSpace=wrap;html=1;" value="release &lt;br&gt;loan_limit.held_amount" vertex="1">
          <mxGeometry height="60" width="215" x="5568.87" y="1830" as="geometry" />
        </mxCell>
        <mxCell id="In8fDh9ZLN2M87an2Miy-95" edge="1" parent="1" source="In8fDh9ZLN2M87an2Miy-82" style="edgeStyle=orthogonalEdgeStyle;rounded=0;orthogonalLoop=1;jettySize=auto;html=1;" target="In8fDh9ZLN2M87an2Miy-94" value="">
          <mxGeometry relative="1" as="geometry" />
        </mxCell>
        <mxCell id="In8fDh9ZLN2M87an2Miy-82" parent="1" style="whiteSpace=wrap;html=1;" value="loan_application&lt;br&gt;next_retry_at = now + 5min" vertex="1">
          <mxGeometry height="60" width="170" x="5283.87" y="1890" as="geometry" />
        </mxCell>
        <mxCell id="In8fDh9ZLN2M87an2Miy-88" parent="1" style="whiteSpace=wrap;html=1;" value="create loan" vertex="1">
          <mxGeometry height="60" width="215" x="5568.87" y="2063.75" as="geometry" />
        </mxCell>
        <mxCell id="In8fDh9ZLN2M87an2Miy-94" parent="1" style="whiteSpace=wrap;html=1;" value="retry_count &amp;gt; 3&lt;br&gt;status = unknown" vertex="1">
          <mxGeometry height="60" width="120" x="5308.87" y="2010" as="geometry" />
        </mxCell>
        <mxCell id="In8fDh9ZLN2M87an2Miy-105" parent="1" style="rounded=0;whiteSpace=wrap;html=1;" value="Scheduler" vertex="1">
          <mxGeometry height="60" width="120" x="3119.5" y="1397.5" as="geometry" />
        </mxCell>
        <mxCell id="In8fDh9ZLN2M87an2Miy-127" edge="1" parent="1" source="In8fDh9ZLN2M87an2Miy-111" style="edgeStyle=orthogonalEdgeStyle;rounded=0;orthogonalLoop=1;jettySize=auto;html=1;" target="In8fDh9ZLN2M87an2Miy-126" value="">
          <mxGeometry relative="1" as="geometry" />
        </mxCell>
        <mxCell id="In8fDh9ZLN2M87an2Miy-135" edge="1" parent="1" source="In8fDh9ZLN2M87an2Miy-111" style="edgeStyle=orthogonalEdgeStyle;rounded=0;orthogonalLoop=1;jettySize=auto;html=1;entryX=0;entryY=0.5;entryDx=0;entryDy=0;" target="In8fDh9ZLN2M87an2Miy-222">
          <mxGeometry relative="1" as="geometry">
            <mxPoint x="4520" y="2280" as="targetPoint" />
          </mxGeometry>
        </mxCell>
        <mxCell id="In8fDh9ZLN2M87an2Miy-111" parent="1" style="rhombus;whiteSpace=wrap;html=1;" value="loan -&amp;gt; casa exists" vertex="1">
          <mxGeometry height="180" width="166.25" x="4219.5" y="2190" as="geometry" />
        </mxCell>
        <mxCell id="In8fDh9ZLN2M87an2Miy-113" parent="1" style="whiteSpace=wrap;html=1;" value="status = approved&lt;br&gt;processed_at = now&lt;br&gt;release held_amount&lt;br&gt;create loan" vertex="1">
          <mxGeometry height="72.5" width="130" x="5329.37" y="2243.75" as="geometry" />
        </mxCell>
        <mxCell id="In8fDh9ZLN2M87an2Miy-122" edge="1" parent="1" source="In8fDh9ZLN2M87an2Miy-118" style="edgeStyle=orthogonalEdgeStyle;rounded=0;orthogonalLoop=1;jettySize=auto;html=1;" target="In8fDh9ZLN2M87an2Miy-121" value="">
          <mxGeometry relative="1" as="geometry" />
        </mxCell>
        <mxCell id="In8fDh9ZLN2M87an2Miy-118" parent="1" style="whiteSpace=wrap;html=1;" value="row lock&lt;br&gt;loan_application" vertex="1">
          <mxGeometry height="60" width="120" x="4069.5" y="1402.5" as="geometry" />
        </mxCell>
        <mxCell id="In8fDh9ZLN2M87an2Miy-124" edge="1" parent="1" source="In8fDh9ZLN2M87an2Miy-121" style="edgeStyle=orthogonalEdgeStyle;rounded=0;orthogonalLoop=1;jettySize=auto;html=1;" target="In8fDh9ZLN2M87an2Miy-123" value="">
          <mxGeometry relative="1" as="geometry" />
        </mxCell>
        <mxCell id="In8fDh9ZLN2M87an2Miy-125" edge="1" parent="1" source="In8fDh9ZLN2M87an2Miy-121" style="edgeStyle=orthogonalEdgeStyle;rounded=0;orthogonalLoop=1;jettySize=auto;html=1;entryX=0.5;entryY=0;entryDx=0;entryDy=0;" target="In8fDh9ZLN2M87an2Miy-69">
          <mxGeometry relative="1" as="geometry" />
        </mxCell>
        <mxCell id="In8fDh9ZLN2M87an2Miy-121" parent="1" style="rhombus;whiteSpace=wrap;html=1;" value="processed_at &lt;br&gt;is not null" vertex="1">
          <mxGeometry height="115" width="110" x="4249.5" y="1375" as="geometry" />
        </mxCell>
        <mxCell id="In8fDh9ZLN2M87an2Miy-123" parent="1" style="whiteSpace=wrap;html=1;" value="skip processing" vertex="1">
          <mxGeometry height="60" width="120" x="4434.5" y="1402.5" as="geometry" />
        </mxCell>
        <mxCell id="In8fDh9ZLN2M87an2Miy-216" edge="1" parent="1" source="In8fDh9ZLN2M87an2Miy-126" style="edgeStyle=orthogonalEdgeStyle;rounded=0;orthogonalLoop=1;jettySize=auto;html=1;entryX=0.5;entryY=0;entryDx=0;entryDy=0;" target="In8fDh9ZLN2M87an2Miy-214">
          <mxGeometry relative="1" as="geometry" />
        </mxCell>
        <mxCell id="In8fDh9ZLN2M87an2Miy-126" parent="1" style="whiteSpace=wrap;html=1;" value="polaris&lt;br&gt;/loan/&lt;span style=&quot;white-space: pre-wrap; color: rgb(33, 33, 33); font-family: Inter, system-ui, -apple-system, &amp;quot;system-ui&amp;quot;, &amp;quot;Segoe UI&amp;quot;, Roboto, Oxygen, Ubuntu, Cantarell, &amp;quot;Fira Sans&amp;quot;, &amp;quot;Droid Sans&amp;quot;, Helvetica, Arial, sans-serif; text-align: left; background-color: rgb(255, 255, 255);&quot;&gt;grantLoanNonCash&lt;/span&gt;" vertex="1">
          <mxGeometry height="60" width="157.38" x="4223.93" y="2440" as="geometry" />
        </mxCell>
        <mxCell id="In8fDh9ZLN2M87an2Miy-130" parent="1" style="rounded=0;whiteSpace=wrap;html=1;fontSize=21;" value="WHERE TO TRIGGER CGW???" vertex="1">
          <mxGeometry height="290" width="450.63" x="5420" y="2815" as="geometry" />
        </mxCell>
        <mxCell id="In8fDh9ZLN2M87an2Miy-133" edge="1" parent="1" source="In8fDh9ZLN2M87an2Miy-131" style="edgeStyle=orthogonalEdgeStyle;rounded=0;orthogonalLoop=1;jettySize=auto;html=1;" target="In8fDh9ZLN2M87an2Miy-88" value="">
          <mxGeometry relative="1" as="geometry" />
        </mxCell>
        <mxCell id="In8fDh9ZLN2M87an2Miy-131" parent="1" style="whiteSpace=wrap;html=1;" value="processed_at = now" vertex="1">
          <mxGeometry height="60" width="120" x="5616.37" y="1942.5" as="geometry" />
        </mxCell>
        <mxCell id="In8fDh9ZLN2M87an2Miy-141" edge="1" parent="1" source="In8fDh9ZLN2M87an2Miy-134" style="edgeStyle=orthogonalEdgeStyle;rounded=0;orthogonalLoop=1;jettySize=auto;html=1;entryX=0;entryY=0.5;entryDx=0;entryDy=0;" target="In8fDh9ZLN2M87an2Miy-139">
          <mxGeometry relative="1" as="geometry" />
        </mxCell>
        <mxCell id="In8fDh9ZLN2M87an2Miy-145" edge="1" parent="1" source="In8fDh9ZLN2M87an2Miy-134" style="edgeStyle=orthogonalEdgeStyle;rounded=0;orthogonalLoop=1;jettySize=auto;html=1;" target="In8fDh9ZLN2M87an2Miy-144" value="">
          <mxGeometry relative="1" as="geometry" />
        </mxCell>
        <mxCell id="In8fDh9ZLN2M87an2Miy-134" parent="1" style="rhombus;whiteSpace=wrap;html=1;" value="casa -&amp;gt; domestic (CGW)&lt;br&gt;exists?" vertex="1">
          <mxGeometry height="180" width="190" x="4860" y="2190" as="geometry" />
        </mxCell>
        <mxCell id="In8fDh9ZLN2M87an2Miy-142" edge="1" parent="1" source="In8fDh9ZLN2M87an2Miy-139" style="edgeStyle=orthogonalEdgeStyle;rounded=0;orthogonalLoop=1;jettySize=auto;html=1;entryX=0;entryY=0.5;entryDx=0;entryDy=0;" target="In8fDh9ZLN2M87an2Miy-113">
          <mxGeometry relative="1" as="geometry" />
        </mxCell>
        <mxCell id="In8fDh9ZLN2M87an2Miy-227" edge="1" parent="1" source="In8fDh9ZLN2M87an2Miy-139" style="edgeStyle=orthogonalEdgeStyle;rounded=0;orthogonalLoop=1;jettySize=auto;html=1;entryX=1;entryY=0.5;entryDx=0;entryDy=0;" target="In8fDh9ZLN2M87an2Miy-225">
          <mxGeometry relative="1" as="geometry">
            <Array as="points">
              <mxPoint x="5196" y="2460" />
            </Array>
          </mxGeometry>
        </mxCell>
        <mxCell id="In8fDh9ZLN2M87an2Miy-139" parent="1" style="rhombus;whiteSpace=wrap;html=1;" value="casa -&amp;gt; domestic (CGW)&lt;br&gt;amount match" vertex="1">
          <mxGeometry height="180" width="172.5" x="5110" y="2190" as="geometry" />
        </mxCell>
        <mxCell id="In8fDh9ZLN2M87an2Miy-147" edge="1" parent="1" source="In8fDh9ZLN2M87an2Miy-144" style="edgeStyle=orthogonalEdgeStyle;rounded=0;orthogonalLoop=1;jettySize=auto;html=1;" target="In8fDh9ZLN2M87an2Miy-146" value="">
          <mxGeometry relative="1" as="geometry" />
        </mxCell>
        <mxCell id="In8fDh9ZLN2M87an2Miy-144" parent="1" style="whiteSpace=wrap;html=1;" value="Trigger CGW" vertex="1">
          <mxGeometry height="60" width="120" x="4895" y="2510" as="geometry" />
        </mxCell>
        <mxCell id="In8fDh9ZLN2M87an2Miy-148" edge="1" parent="1" source="In8fDh9ZLN2M87an2Miy-146" style="edgeStyle=orthogonalEdgeStyle;rounded=0;orthogonalLoop=1;jettySize=auto;html=1;entryX=0.5;entryY=1;entryDx=0;entryDy=0;" target="In8fDh9ZLN2M87an2Miy-113">
          <mxGeometry relative="1" as="geometry" />
        </mxCell>
        <mxCell id="In8fDh9ZLN2M87an2Miy-150" edge="1" parent="1" source="In8fDh9ZLN2M87an2Miy-146" style="edgeStyle=orthogonalEdgeStyle;rounded=0;orthogonalLoop=1;jettySize=auto;html=1;" target="In8fDh9ZLN2M87an2Miy-149" value="">
          <mxGeometry relative="1" as="geometry" />
        </mxCell>
        <mxCell id="In8fDh9ZLN2M87an2Miy-146" parent="1" style="rhombus;whiteSpace=wrap;html=1;" value="200" vertex="1">
          <mxGeometry height="80" width="80" x="5115" y="2500" as="geometry" />
        </mxCell>
        <mxCell id="In8fDh9ZLN2M87an2Miy-149" parent="1" style="whiteSpace=wrap;html=1;" value="next_retry_at = now + 5min" vertex="1">
          <mxGeometry height="60" width="155" x="5077.5" y="2650" as="geometry" />
        </mxCell>
        <mxCell id="In8fDh9ZLN2M87an2Miy-176" edge="1" parent="1" source="In8fDh9ZLN2M87an2Miy-152" style="edgeStyle=orthogonalEdgeStyle;rounded=0;orthogonalLoop=1;jettySize=auto;html=1;" target="In8fDh9ZLN2M87an2Miy-175" value="">
          <mxGeometry relative="1" as="geometry" />
        </mxCell>
        <mxCell id="In8fDh9ZLN2M87an2Miy-244" edge="1" parent="1" source="In8fDh9ZLN2M87an2Miy-152" style="edgeStyle=orthogonalEdgeStyle;rounded=0;orthogonalLoop=1;jettySize=auto;html=1;entryX=0;entryY=0.5;entryDx=0;entryDy=0;" target="In8fDh9ZLN2M87an2Miy-162">
          <mxGeometry relative="1" as="geometry" />
        </mxCell>
        <mxCell id="In8fDh9ZLN2M87an2Miy-152" parent="1" style="rhombus;whiteSpace=wrap;html=1;" value="loan_application.amount &amp;lt;= line.available_amount" vertex="1">
          <mxGeometry height="190" width="230" x="1000" y="1040" as="geometry" />
        </mxCell>
        <mxCell id="In8fDh9ZLN2M87an2Miy-158" edge="1" parent="1" source="In8fDh9ZLN2M87an2Miy-247" style="edgeStyle=orthogonalEdgeStyle;rounded=0;orthogonalLoop=1;jettySize=auto;html=1;entryX=0;entryY=0.5;entryDx=0;entryDy=0;exitX=0.989;exitY=0.096;exitDx=0;exitDy=0;exitPerimeter=0;" target="In8fDh9ZLN2M87an2Miy-157">
          <mxGeometry relative="1" as="geometry">
            <mxPoint x="2300" y="1137.5714285714284" as="sourcePoint" />
          </mxGeometry>
        </mxCell>
        <mxCell id="In8fDh9ZLN2M87an2Miy-177" edge="1" parent="1" style="edgeStyle=orthogonalEdgeStyle;rounded=0;orthogonalLoop=1;jettySize=auto;html=1;entryX=0;entryY=0.5;entryDx=0;entryDy=0;">
          <mxGeometry relative="1" as="geometry">
            <Array as="points">
              <mxPoint x="2410" y="1165" />
              <mxPoint x="2410" y="1425" />
            </Array>
            <mxPoint x="2400" y="1165" as="sourcePoint" />
            <mxPoint x="3119.5" y="1425" as="targetPoint" />
          </mxGeometry>
        </mxCell>
        <mxCell id="In8fDh9ZLN2M87an2Miy-192" connectable="0" parent="In8fDh9ZLN2M87an2Miy-177" style="edgeLabel;html=1;align=center;verticalAlign=middle;resizable=0;points=[];" value="return warning?,&lt;br&gt;row is not scheduler&#39;s task&lt;div&gt;&lt;br&gt;&lt;/div&gt;" vertex="1">
          <mxGeometry relative="1" x="-0.7641" as="geometry">
            <mxPoint y="1" as="offset" />
          </mxGeometry>
        </mxCell>
        <mxCell id="In8fDh9ZLN2M87an2Miy-157" parent="1" style="rhombus;whiteSpace=wrap;html=1;" value="all&lt;br&gt;200" vertex="1">
          <mxGeometry height="80" width="80" x="2370" y="1097.5" as="geometry" />
        </mxCell>
        <mxCell id="In8fDh9ZLN2M87an2Miy-243" edge="1" parent="1" source="In8fDh9ZLN2M87an2Miy-161" style="edgeStyle=orthogonalEdgeStyle;rounded=0;orthogonalLoop=1;jettySize=auto;html=1;entryX=0;entryY=0.5;entryDx=0;entryDy=0;" target="In8fDh9ZLN2M87an2Miy-152">
          <mxGeometry relative="1" as="geometry" />
        </mxCell>
        <mxCell id="In8fDh9ZLN2M87an2Miy-161" parent="1" style="rounded=0;whiteSpace=wrap;html=1;" value="loan account row lock" vertex="1">
          <mxGeometry height="60" width="145" x="735" y="1105" as="geometry" />
        </mxCell>
        <mxCell id="In8fDh9ZLN2M87an2Miy-165" edge="1" parent="1" source="In8fDh9ZLN2M87an2Miy-162" style="edgeStyle=orthogonalEdgeStyle;rounded=0;orthogonalLoop=1;jettySize=auto;html=1;" target="In8fDh9ZLN2M87an2Miy-12">
          <mxGeometry relative="1" as="geometry" />
        </mxCell>
        <mxCell id="In8fDh9ZLN2M87an2Miy-162" parent="1" style="rounded=0;whiteSpace=wrap;html=1;" value="&lt;span style=&quot;font-weight: 700; text-align: left;&quot;&gt;ROWLOCK - loan_limits.held_amount += amount&lt;/span&gt;" vertex="1">
          <mxGeometry height="60" width="215" x="1345" y="1105" as="geometry" />
        </mxCell>
        <mxCell id="In8fDh9ZLN2M87an2Miy-184" edge="1" parent="1" source="In8fDh9ZLN2M87an2Miy-166" style="edgeStyle=orthogonalEdgeStyle;rounded=0;orthogonalLoop=1;jettySize=auto;html=1;" target="In8fDh9ZLN2M87an2Miy-183" value="">
          <mxGeometry relative="1" as="geometry" />
        </mxCell>
        <mxCell id="In8fDh9ZLN2M87an2Miy-166" parent="1" style="swimlane;fontStyle=0;childLayout=stackLayout;horizontal=1;startSize=30;horizontalStack=0;resizeParent=1;resizeParentMax=0;resizeLast=0;collapsible=1;marginBottom=0;whiteSpace=wrap;html=1;" value="Loan issued" vertex="1">
          <mxGeometry height="150" width="210" x="2590" y="1115" as="geometry" />
        </mxCell>
        <mxCell id="In8fDh9ZLN2M87an2Miy-167" parent="In8fDh9ZLN2M87an2Miy-166" style="text;strokeColor=none;fillColor=none;align=left;verticalAlign=middle;spacingLeft=4;spacingRight=4;overflow=hidden;points=[[0,0.5],[1,0.5]];portConstraint=eastwest;rotatable=0;whiteSpace=wrap;html=1;" value="loan_application = approved" vertex="1">
          <mxGeometry height="30" width="210" y="30" as="geometry" />
        </mxCell>
        <mxCell id="In8fDh9ZLN2M87an2Miy-168" parent="In8fDh9ZLN2M87an2Miy-166" style="text;strokeColor=none;fillColor=none;align=left;verticalAlign=middle;spacingLeft=4;spacingRight=4;overflow=hidden;points=[[0,0.5],[1,0.5]];portConstraint=eastwest;rotatable=0;whiteSpace=wrap;html=1;" value="create loan" vertex="1">
          <mxGeometry height="30" width="210" y="60" as="geometry" />
        </mxCell>
        <mxCell id="In8fDh9ZLN2M87an2Miy-169" parent="In8fDh9ZLN2M87an2Miy-166" style="text;strokeColor=none;fillColor=none;align=left;verticalAlign=middle;spacingLeft=4;spacingRight=4;overflow=hidden;points=[[0,0.5],[1,0.5]];portConstraint=eastwest;rotatable=0;whiteSpace=wrap;html=1;" value="release lock" vertex="1">
          <mxGeometry height="30" width="210" y="90" as="geometry" />
        </mxCell>
        <mxCell id="In8fDh9ZLN2M87an2Miy-191" parent="In8fDh9ZLN2M87an2Miy-166" style="text;strokeColor=none;fillColor=none;align=left;verticalAlign=middle;spacingLeft=4;spacingRight=4;overflow=hidden;points=[[0,0.5],[1,0.5]];portConstraint=eastwest;rotatable=0;whiteSpace=wrap;html=1;" value="processed_at = now" vertex="1">
          <mxGeometry height="30" width="210" y="120" as="geometry" />
        </mxCell>
        <mxCell id="In8fDh9ZLN2M87an2Miy-170" edge="1" parent="1" source="In8fDh9ZLN2M87an2Miy-157" style="edgeStyle=orthogonalEdgeStyle;rounded=0;orthogonalLoop=1;jettySize=auto;html=1;entryX=0.003;entryY=0.156;entryDx=0;entryDy=0;entryPerimeter=0;" target="In8fDh9ZLN2M87an2Miy-166">
          <mxGeometry relative="1" as="geometry" />
        </mxCell>
        <mxCell id="In8fDh9ZLN2M87an2Miy-174" parent="1" style="text;html=1;whiteSpace=wrap;strokeColor=none;fillColor=none;align=center;verticalAlign=middle;rounded=0;" value="&lt;div style=&quot;background-color:#ffffff;color:#080808&quot;&gt;&lt;pre style=&quot;font-family:&#39;JetBrains Mono&#39;,monospace;font-size:9.8pt;&quot;&gt;&lt;span style=&quot;color:#9e880d;&quot;&gt;@Transactional&lt;/span&gt;(propagation = &lt;span style=&quot;color:#000000;&quot;&gt;Propagation&lt;/span&gt;.&lt;span style=&quot;color:#871094;font-style:italic;&quot;&gt;REQUIRES_NEW&lt;/span&gt;)&lt;/pre&gt;&lt;/div&gt;" vertex="1">
          <mxGeometry height="30" width="240" x="1010" y="980" as="geometry" />
        </mxCell>
        <mxCell id="In8fDh9ZLN2M87an2Miy-175" parent="1" style="whiteSpace=wrap;html=1;" value="Rollback, return error" vertex="1">
          <mxGeometry height="60" width="132.5" x="1048.75" y="1352.5" as="geometry" />
        </mxCell>
        <mxCell id="In8fDh9ZLN2M87an2Miy-186" edge="1" parent="1" source="In8fDh9ZLN2M87an2Miy-183" style="edgeStyle=orthogonalEdgeStyle;rounded=0;orthogonalLoop=1;jettySize=auto;html=1;" target="In8fDh9ZLN2M87an2Miy-185" value="">
          <mxGeometry relative="1" as="geometry" />
        </mxCell>
        <mxCell id="In8fDh9ZLN2M87an2Miy-187" edge="1" parent="1" source="In8fDh9ZLN2M87an2Miy-183" style="edgeStyle=orthogonalEdgeStyle;rounded=0;orthogonalLoop=1;jettySize=auto;html=1;" target="In8fDh9ZLN2M87an2Miy-105">
          <mxGeometry relative="1" as="geometry">
            <Array as="points">
              <mxPoint x="2995" y="1427" />
            </Array>
          </mxGeometry>
        </mxCell>
        <mxCell id="In8fDh9ZLN2M87an2Miy-195" connectable="0" parent="In8fDh9ZLN2M87an2Miy-187" style="edgeLabel;html=1;align=center;verticalAlign=middle;resizable=0;points=[];" value="return warning?,&lt;br&gt;row is not scheduler&#39;s task&lt;div&gt;&lt;br&gt;&lt;/div&gt;" vertex="1">
          <mxGeometry relative="1" x="-0.5656" y="1" as="geometry">
            <mxPoint as="offset" />
          </mxGeometry>
        </mxCell>
        <mxCell id="In8fDh9ZLN2M87an2Miy-183" parent="1" style="rhombus;whiteSpace=wrap;html=1;fontStyle=0;startSize=30;horizontal=1;" value="db transaction success?" vertex="1">
          <mxGeometry height="135" width="130" x="2930" y="1122.5" as="geometry" />
        </mxCell>
        <mxCell id="In8fDh9ZLN2M87an2Miy-185" parent="1" style="whiteSpace=wrap;html=1;fontStyle=0;startSize=30;horizontal=1;" value="return success to client" vertex="1">
          <mxGeometry height="60" width="120" x="3145" y="1160" as="geometry" />
        </mxCell>
        <mxCell id="In8fDh9ZLN2M87an2Miy-189" parent="1" style="text;html=1;whiteSpace=wrap;strokeColor=none;fillColor=none;align=center;verticalAlign=middle;rounded=0;fontSize=26;" value="&lt;div style=&quot;background-color:#ffffff;color:#080808&quot;&gt;&lt;pre style=&quot;font-family: &amp;quot;JetBrains Mono&amp;quot;, monospace;&quot;&gt;&lt;span style=&quot;color:#9e880d;&quot;&gt;@Transactional&lt;/span&gt;(propagation = &lt;span style=&quot;color:#000000;&quot;&gt;Propagation&lt;/span&gt;.&lt;span style=&quot;color:#871094;font-style:italic;&quot;&gt;REQUIRES_NEW&lt;/span&gt;)&lt;/pre&gt;&lt;/div&gt;" vertex="1">
          <mxGeometry height="30" width="240" x="4918.87" y="1265" as="geometry" />
        </mxCell>
        <mxCell id="In8fDh9ZLN2M87an2Miy-198" parent="1" style="text;html=1;whiteSpace=wrap;strokeColor=none;fillColor=none;align=center;verticalAlign=middle;rounded=0;fontSize=32;" value="BNPL request flow" vertex="1">
          <mxGeometry height="30" width="470" x="-80" y="2930" as="geometry" />
        </mxCell>
        <mxCell id="In8fDh9ZLN2M87an2Miy-199" edge="1" parent="1" source="In8fDh9ZLN2M87an2Miy-200" style="edgeStyle=orthogonalEdgeStyle;rounded=0;orthogonalLoop=1;jettySize=auto;html=1;" target="In8fDh9ZLN2M87an2Miy-202" value="">
          <mxGeometry relative="1" as="geometry" />
        </mxCell>
        <mxCell id="In8fDh9ZLN2M87an2Miy-200" parent="1" style="shape=umlActor;verticalLabelPosition=bottom;verticalAlign=top;html=1;outlineConnect=0;" value="Actor" vertex="1">
          <mxGeometry height="60" width="30" x="20" y="3135" as="geometry" />
        </mxCell>
        <mxCell id="In8fDh9ZLN2M87an2Miy-201" edge="1" parent="1" source="In8fDh9ZLN2M87an2Miy-202" style="edgeStyle=orthogonalEdgeStyle;rounded=0;orthogonalLoop=1;jettySize=auto;html=1;entryX=0.011;entryY=0.06;entryDx=0;entryDy=0;entryPerimeter=0;" target="In8fDh9ZLN2M87an2Miy-209" value="">
          <mxGeometry relative="1" as="geometry">
            <mxPoint x="440" y="3165" as="targetPoint" />
          </mxGeometry>
        </mxCell>
        <mxCell id="In8fDh9ZLN2M87an2Miy-202" parent="1" style="whiteSpace=wrap;html=1;verticalAlign=top;" value="&lt;div&gt;&lt;br&gt;&lt;/div&gt;&lt;div&gt;One tap loan&lt;/div&gt;" vertex="1">
          <mxGeometry height="60" width="120" x="230" y="3135" as="geometry" />
        </mxCell>
        <mxCell id="In8fDh9ZLN2M87an2Miy-203" edge="1" parent="1" source="In8fDh9ZLN2M87an2Miy-205" style="edgeStyle=orthogonalEdgeStyle;rounded=0;orthogonalLoop=1;jettySize=auto;html=1;" target="In8fDh9ZLN2M87an2Miy-206" value="">
          <mxGeometry relative="1" as="geometry" />
        </mxCell>
        <mxCell id="In8fDh9ZLN2M87an2Miy-204" connectable="0" parent="In8fDh9ZLN2M87an2Miy-203" style="edgeLabel;html=1;align=center;verticalAlign=middle;resizable=0;points=[];" value="0" vertex="1">
          <mxGeometry relative="1" x="-0.2091" y="-1" as="geometry">
            <mxPoint as="offset" />
          </mxGeometry>
        </mxCell>
        <mxCell id="In8fDh9ZLN2M87an2Miy-213" edge="1" parent="1" source="In8fDh9ZLN2M87an2Miy-205" style="edgeStyle=orthogonalEdgeStyle;rounded=0;orthogonalLoop=1;jettySize=auto;html=1;" target="In8fDh9ZLN2M87an2Miy-212" value="">
          <mxGeometry relative="1" as="geometry" />
        </mxCell>
        <mxCell id="In8fDh9ZLN2M87an2Miy-205" parent="1" style="rhombus;whiteSpace=wrap;html=1;verticalAlign=top;" value="&lt;br&gt;&lt;br&gt;&lt;div&gt;&lt;br&gt;&lt;/div&gt;&lt;div&gt;Loan validation&lt;br&gt;success&lt;/div&gt;" vertex="1">
          <mxGeometry height="120" width="140" x="720" y="3105" as="geometry" />
        </mxCell>
        <mxCell id="In8fDh9ZLN2M87an2Miy-206" parent="1" style="whiteSpace=wrap;html=1;verticalAlign=middle;" value="Return err message" vertex="1">
          <mxGeometry height="60" width="120" x="730" y="3305" as="geometry" />
        </mxCell>
        <mxCell id="In8fDh9ZLN2M87an2Miy-207" edge="1" parent="1" source="In8fDh9ZLN2M87an2Miy-208" style="edgeStyle=orthogonalEdgeStyle;rounded=0;orthogonalLoop=1;jettySize=auto;html=1;entryX=0;entryY=0.5;entryDx=0;entryDy=0;" target="In8fDh9ZLN2M87an2Miy-205">
          <mxGeometry relative="1" as="geometry" />
        </mxCell>
        <mxCell id="In8fDh9ZLN2M87an2Miy-208" parent="1" style="swimlane;fontStyle=0;childLayout=stackLayout;horizontal=1;startSize=30;horizontalStack=0;resizeParent=1;resizeParentMax=0;resizeLast=0;collapsible=1;marginBottom=0;whiteSpace=wrap;html=1;" value="Validations" vertex="1">
          <mxGeometry height="120" width="140" x="460" y="3135" as="geometry" />
        </mxCell>
        <mxCell id="In8fDh9ZLN2M87an2Miy-209" parent="In8fDh9ZLN2M87an2Miy-208" style="text;strokeColor=none;fillColor=none;align=left;verticalAlign=middle;spacingLeft=4;spacingRight=4;overflow=hidden;points=[[0,0.5],[1,0.5]];portConstraint=eastwest;rotatable=0;whiteSpace=wrap;html=1;" value="user status" vertex="1">
          <mxGeometry height="30" width="140" y="30" as="geometry" />
        </mxCell>
        <mxCell id="In8fDh9ZLN2M87an2Miy-210" parent="In8fDh9ZLN2M87an2Miy-208" style="text;strokeColor=none;fillColor=none;align=left;verticalAlign=middle;spacingLeft=4;spacingRight=4;overflow=hidden;points=[[0,0.5],[1,0.5]];portConstraint=eastwest;rotatable=0;whiteSpace=wrap;html=1;" value="kyc status" vertex="1">
          <mxGeometry height="30" width="140" y="60" as="geometry" />
        </mxCell>
        <mxCell id="In8fDh9ZLN2M87an2Miy-211" parent="In8fDh9ZLN2M87an2Miy-208" style="text;strokeColor=none;fillColor=none;align=left;verticalAlign=middle;spacingLeft=4;spacingRight=4;overflow=hidden;points=[[0,0.5],[1,0.5]];portConstraint=eastwest;rotatable=0;whiteSpace=wrap;html=1;" value="loan limit status" vertex="1">
          <mxGeometry height="30" width="140" y="90" as="geometry" />
        </mxCell>
        <mxCell id="In8fDh9ZLN2M87an2Miy-212" parent="1" style="whiteSpace=wrap;html=1;verticalAlign=middle;" value="Same as one-tap ??" vertex="1">
          <mxGeometry height="60" width="120" x="950" y="3135" as="geometry" />
        </mxCell>
        <mxCell id="In8fDh9ZLN2M87an2Miy-218" edge="1" parent="1" source="In8fDh9ZLN2M87an2Miy-214" style="edgeStyle=orthogonalEdgeStyle;rounded=0;orthogonalLoop=1;jettySize=auto;html=1;entryX=0;entryY=0.5;entryDx=0;entryDy=0;" target="In8fDh9ZLN2M87an2Miy-134">
          <mxGeometry relative="1" as="geometry">
            <Array as="points">
              <mxPoint x="4860" y="2630" />
            </Array>
          </mxGeometry>
        </mxCell>
        <mxCell id="In8fDh9ZLN2M87an2Miy-221" edge="1" parent="1" source="In8fDh9ZLN2M87an2Miy-214" style="edgeStyle=orthogonalEdgeStyle;rounded=0;orthogonalLoop=1;jettySize=auto;html=1;entryX=0;entryY=0.5;entryDx=0;entryDy=0;" target="In8fDh9ZLN2M87an2Miy-149">
          <mxGeometry relative="1" as="geometry">
            <Array as="points">
              <mxPoint x="4303" y="2680" />
            </Array>
          </mxGeometry>
        </mxCell>
        <mxCell id="In8fDh9ZLN2M87an2Miy-214" parent="1" style="rhombus;whiteSpace=wrap;html=1;" value="200" vertex="1">
          <mxGeometry height="80" width="80" x="4262.62" y="2590" as="geometry" />
        </mxCell>
        <mxCell id="In8fDh9ZLN2M87an2Miy-223" edge="1" parent="1" source="In8fDh9ZLN2M87an2Miy-222" style="edgeStyle=orthogonalEdgeStyle;rounded=0;orthogonalLoop=1;jettySize=auto;html=1;" target="In8fDh9ZLN2M87an2Miy-134">
          <mxGeometry relative="1" as="geometry" />
        </mxCell>
        <mxCell id="In8fDh9ZLN2M87an2Miy-226" edge="1" parent="1" source="In8fDh9ZLN2M87an2Miy-222" style="edgeStyle=orthogonalEdgeStyle;rounded=0;orthogonalLoop=1;jettySize=auto;html=1;" target="In8fDh9ZLN2M87an2Miy-225" value="">
          <mxGeometry relative="1" as="geometry" />
        </mxCell>
        <mxCell id="In8fDh9ZLN2M87an2Miy-222" parent="1" style="rhombus;whiteSpace=wrap;html=1;" value="loan -&amp;gt; casa &lt;br&gt;amount match" vertex="1">
          <mxGeometry height="156.25" width="155" x="4561.37" y="2201.88" as="geometry" />
        </mxCell>
        <mxCell id="In8fDh9ZLN2M87an2Miy-225" parent="1" style="whiteSpace=wrap;html=1;" value="status = manual_review??" vertex="1">
          <mxGeometry height="60" width="120" x="4578.87" y="2429.995" as="geometry" />
        </mxCell>
        <mxCell id="In8fDh9ZLN2M87an2Miy-234" edge="1" parent="1" source="In8fDh9ZLN2M87an2Miy-228" style="edgeStyle=orthogonalEdgeStyle;rounded=0;orthogonalLoop=1;jettySize=auto;html=1;" target="In8fDh9ZLN2M87an2Miy-233" value="">
          <mxGeometry relative="1" as="geometry" />
        </mxCell>
        <mxCell id="In8fDh9ZLN2M87an2Miy-245" edge="1" parent="1" source="In8fDh9ZLN2M87an2Miy-228" style="edgeStyle=orthogonalEdgeStyle;rounded=0;orthogonalLoop=1;jettySize=auto;html=1;entryX=0;entryY=0.5;entryDx=0;entryDy=0;" target="In8fDh9ZLN2M87an2Miy-161">
          <mxGeometry relative="1" as="geometry" />
        </mxCell>
        <mxCell id="In8fDh9ZLN2M87an2Miy-228" parent="1" style="rhombus;whiteSpace=wrap;html=1;" value="Polaris&lt;br&gt;/line/&lt;span style=&quot;color: rgb(33, 33, 33); font-family: Inter, system-ui, -apple-system, &amp;quot;system-ui&amp;quot;, &amp;quot;Segoe UI&amp;quot;, Roboto, Oxygen, Ubuntu, Cantarell, &amp;quot;Fira Sans&amp;quot;, &amp;quot;Droid Sans&amp;quot;, Helvetica, Arial, sans-serif; text-align: left; white-space: pre-wrap; background-color: rgb(255, 255, 255);&quot;&gt;getAccountDetail&lt;/span&gt;&lt;br&gt;200" vertex="1">
          <mxGeometry height="225" width="260" x="190" y="1020" as="geometry" />
        </mxCell>
        <mxCell id="In8fDh9ZLN2M87an2Miy-236" edge="1" parent="1" source="In8fDh9ZLN2M87an2Miy-233" style="edgeStyle=orthogonalEdgeStyle;rounded=0;orthogonalLoop=1;jettySize=auto;html=1;" target="In8fDh9ZLN2M87an2Miy-235" value="">
          <mxGeometry relative="1" as="geometry" />
        </mxCell>
        <mxCell id="In8fDh9ZLN2M87an2Miy-242" edge="1" parent="1" source="In8fDh9ZLN2M87an2Miy-233" style="edgeStyle=orthogonalEdgeStyle;rounded=0;orthogonalLoop=1;jettySize=auto;html=1;entryX=0;entryY=0.5;entryDx=0;entryDy=0;" target="In8fDh9ZLN2M87an2Miy-241" value="">
          <mxGeometry relative="1" as="geometry">
            <mxPoint x="390" y="1372.5" as="targetPoint" />
          </mxGeometry>
        </mxCell>
        <mxCell id="In8fDh9ZLN2M87an2Miy-233" parent="1" style="rhombus;whiteSpace=wrap;html=1;" value="501" vertex="1">
          <mxGeometry height="80" width="80" x="280" y="1332.5" as="geometry" />
        </mxCell>
        <mxCell id="In8fDh9ZLN2M87an2Miy-238" edge="1" parent="1" source="In8fDh9ZLN2M87an2Miy-235" style="edgeStyle=orthogonalEdgeStyle;rounded=0;orthogonalLoop=1;jettySize=auto;html=1;entryX=0;entryY=0.5;entryDx=0;entryDy=0;" target="In8fDh9ZLN2M87an2Miy-237" value="">
          <mxGeometry relative="1" as="geometry">
            <mxPoint x="460" y="1555" as="targetPoint" />
          </mxGeometry>
        </mxCell>
        <mxCell id="In8fDh9ZLN2M87an2Miy-240" edge="1" parent="1" source="In8fDh9ZLN2M87an2Miy-235" style="edgeStyle=orthogonalEdgeStyle;rounded=0;orthogonalLoop=1;jettySize=auto;html=1;" target="In8fDh9ZLN2M87an2Miy-239" value="">
          <mxGeometry relative="1" as="geometry" />
        </mxCell>
        <mxCell id="In8fDh9ZLN2M87an2Miy-235" parent="1" style="rhombus;whiteSpace=wrap;html=1;" value="timeout, http err" vertex="1">
          <mxGeometry height="125" width="120" x="260" y="1492.5" as="geometry" />
        </mxCell>
        <mxCell id="In8fDh9ZLN2M87an2Miy-237" parent="1" style="whiteSpace=wrap;html=1;" value="return err msg&lt;br&gt;try again" vertex="1">
          <mxGeometry height="60" width="120" x="480" y="1525" as="geometry" />
        </mxCell>
        <mxCell id="In8fDh9ZLN2M87an2Miy-239" parent="1" style="whiteSpace=wrap;html=1;" value="return err msg&lt;br&gt;try again?" vertex="1">
          <mxGeometry height="60" width="120" x="260" y="1730" as="geometry" />
        </mxCell>
        <mxCell id="In8fDh9ZLN2M87an2Miy-241" parent="1" style="whiteSpace=wrap;html=1;" value="return err msg" vertex="1">
          <mxGeometry height="60" width="120" x="460" y="1345" as="geometry" />
        </mxCell>
        <mxCell id="In8fDh9ZLN2M87an2Miy-247" parent="1" style="swimlane;fontStyle=0;childLayout=stackLayout;horizontal=1;startSize=30;horizontalStack=0;resizeParent=1;resizeParentMax=0;resizeLast=0;collapsible=1;marginBottom=0;whiteSpace=wrap;html=1;" value="Call Polaris APIs in order:" vertex="1">
-           <mxGeometry height="210" width="210" x="2080" y="1115" as="geometry" />
+           <mxGeometry height="210" width="210" x="2090" y="1115" as="geometry" />
        </mxCell>
        <mxCell id="In8fDh9ZLN2M87an2Miy-248" parent="In8fDh9ZLN2M87an2Miy-247" style="text;strokeColor=none;fillColor=none;align=left;verticalAlign=middle;spacingLeft=4;spacingRight=4;overflow=hidden;points=[[0,0.5],[1,0.5]];portConstraint=eastwest;rotatable=0;whiteSpace=wrap;html=1;" value="&lt;span style=&quot;text-align: center;&quot;&gt;/loan/createAccount&lt;/span&gt;" vertex="1">
          <mxGeometry height="30" width="210" y="30" as="geometry" />
        </mxCell>
        <mxCell id="In8fDh9ZLN2M87an2Miy-249" parent="In8fDh9ZLN2M87an2Miy-247" style="text;strokeColor=none;fillColor=none;align=left;verticalAlign=middle;spacingLeft=4;spacingRight=4;overflow=hidden;points=[[0,0.5],[1,0.5]];portConstraint=eastwest;rotatable=0;whiteSpace=wrap;html=1;" value="&lt;span style=&quot;text-align: center; background-color: light-dark(#ffffff, var(--ge-dark-color, #121212));&quot;&gt;/loan/openAccount&lt;/span&gt;" vertex="1">
          <mxGeometry height="30" width="210" y="60" as="geometry" />
        </mxCell>
        <mxCell id="In8fDh9ZLN2M87an2Miy-250" parent="In8fDh9ZLN2M87an2Miy-247" style="text;strokeColor=none;fillColor=none;align=left;verticalAlign=middle;spacingLeft=4;spacingRight=4;overflow=hidden;points=[[0,0.5],[1,0.5]];portConstraint=eastwest;rotatable=0;whiteSpace=wrap;html=1;" value="&lt;span style=&quot;text-align: center;&quot;&gt;/loan/&lt;/span&gt;&lt;span style=&quot;background-color: rgb(252, 246, 219); color: rgb(0, 0, 0); font-family: &amp;quot;Anonymous Pro&amp;quot;, Menlo, Consolas, &amp;quot;Bitstream Vera Sans Mono&amp;quot;, &amp;quot;Courier New&amp;quot;, monospace; font-size: 0.9em;&quot;&gt;createNrsSchedule&lt;/span&gt;" vertex="1">
          <mxGeometry height="30" width="210" y="90" as="geometry" />
        </mxCell>
        <mxCell id="In8fDh9ZLN2M87an2Miy-251" parent="In8fDh9ZLN2M87an2Miy-247" style="text;strokeColor=none;fillColor=none;align=left;verticalAlign=middle;spacingLeft=4;spacingRight=4;overflow=hidden;points=[[0,0.5],[1,0.5]];portConstraint=eastwest;rotatable=0;whiteSpace=wrap;html=1;" value="&lt;span style=&quot;font-family: &amp;quot;Anonymous Pro&amp;quot;, Menlo, Consolas, &amp;quot;Bitstream Vera Sans Mono&amp;quot;, &amp;quot;Courier New&amp;quot;, monospace; font-size: 10.8px; white-space: pre-wrap;&quot;&gt;&lt;font style=&quot;color: light-dark(rgb(237, 237, 237), rgb(255, 255, 255));&quot;&gt;/line/linkLineAccountToLoan&lt;/font&gt;&lt;/span&gt;" vertex="1">
          <mxGeometry height="30" width="210" y="120" as="geometry" />
        </mxCell>
        <mxCell id="In8fDh9ZLN2M87an2Miy-256" parent="In8fDh9ZLN2M87an2Miy-247" style="text;strokeColor=none;fillColor=none;align=left;verticalAlign=middle;spacingLeft=4;spacingRight=4;overflow=hidden;points=[[0,0.5],[1,0.5]];portConstraint=eastwest;rotatable=0;whiteSpace=wrap;html=1;" value="&lt;span style=&quot;text-align: center;&quot;&gt;/loan/&lt;/span&gt;&lt;span style=&quot;white-space: pre-wrap; color: rgb(33, 33, 33); font-family: Inter, system-ui, -apple-system, &amp;quot;system-ui&amp;quot;, &amp;quot;Segoe UI&amp;quot;, Roboto, Oxygen, Ubuntu, Cantarell, &amp;quot;Fira Sans&amp;quot;, &amp;quot;Droid Sans&amp;quot;, Helvetica, Arial, sans-serif; background-color: rgb(255, 255, 255);&quot;&gt;grantLoanNonCash&lt;/span&gt;" vertex="1">
          <mxGeometry height="30" width="210" y="150" as="geometry" />
        </mxCell>
        <mxCell id="In8fDh9ZLN2M87an2Miy-255" parent="In8fDh9ZLN2M87an2Miy-247" style="text;strokeColor=none;fillColor=none;align=left;verticalAlign=middle;spacingLeft=4;spacingRight=4;overflow=hidden;points=[[0,0.5],[1,0.5]];portConstraint=eastwest;rotatable=0;whiteSpace=wrap;html=1;" value="&lt;font face=&quot;Inter, system-ui, -apple-system, system-ui, Segoe UI, Roboto, Oxygen, Ubuntu, Cantarell, Fira Sans, Droid Sans, Helvetica, Arial, sans-serif&quot; style=&quot;color: light-dark(rgb(188, 188, 188), rgb(255, 255, 255));&quot;&gt;&lt;span style=&quot;white-space-collapse: preserve;&quot;&gt;CGW Trigger&lt;/span&gt;&lt;/font&gt;" vertex="1">
          <mxGeometry height="30" width="210" y="180" as="geometry" />
        </mxCell>
      </root>
    </mxGraphModel>
  </diagram>
</mxfile>
